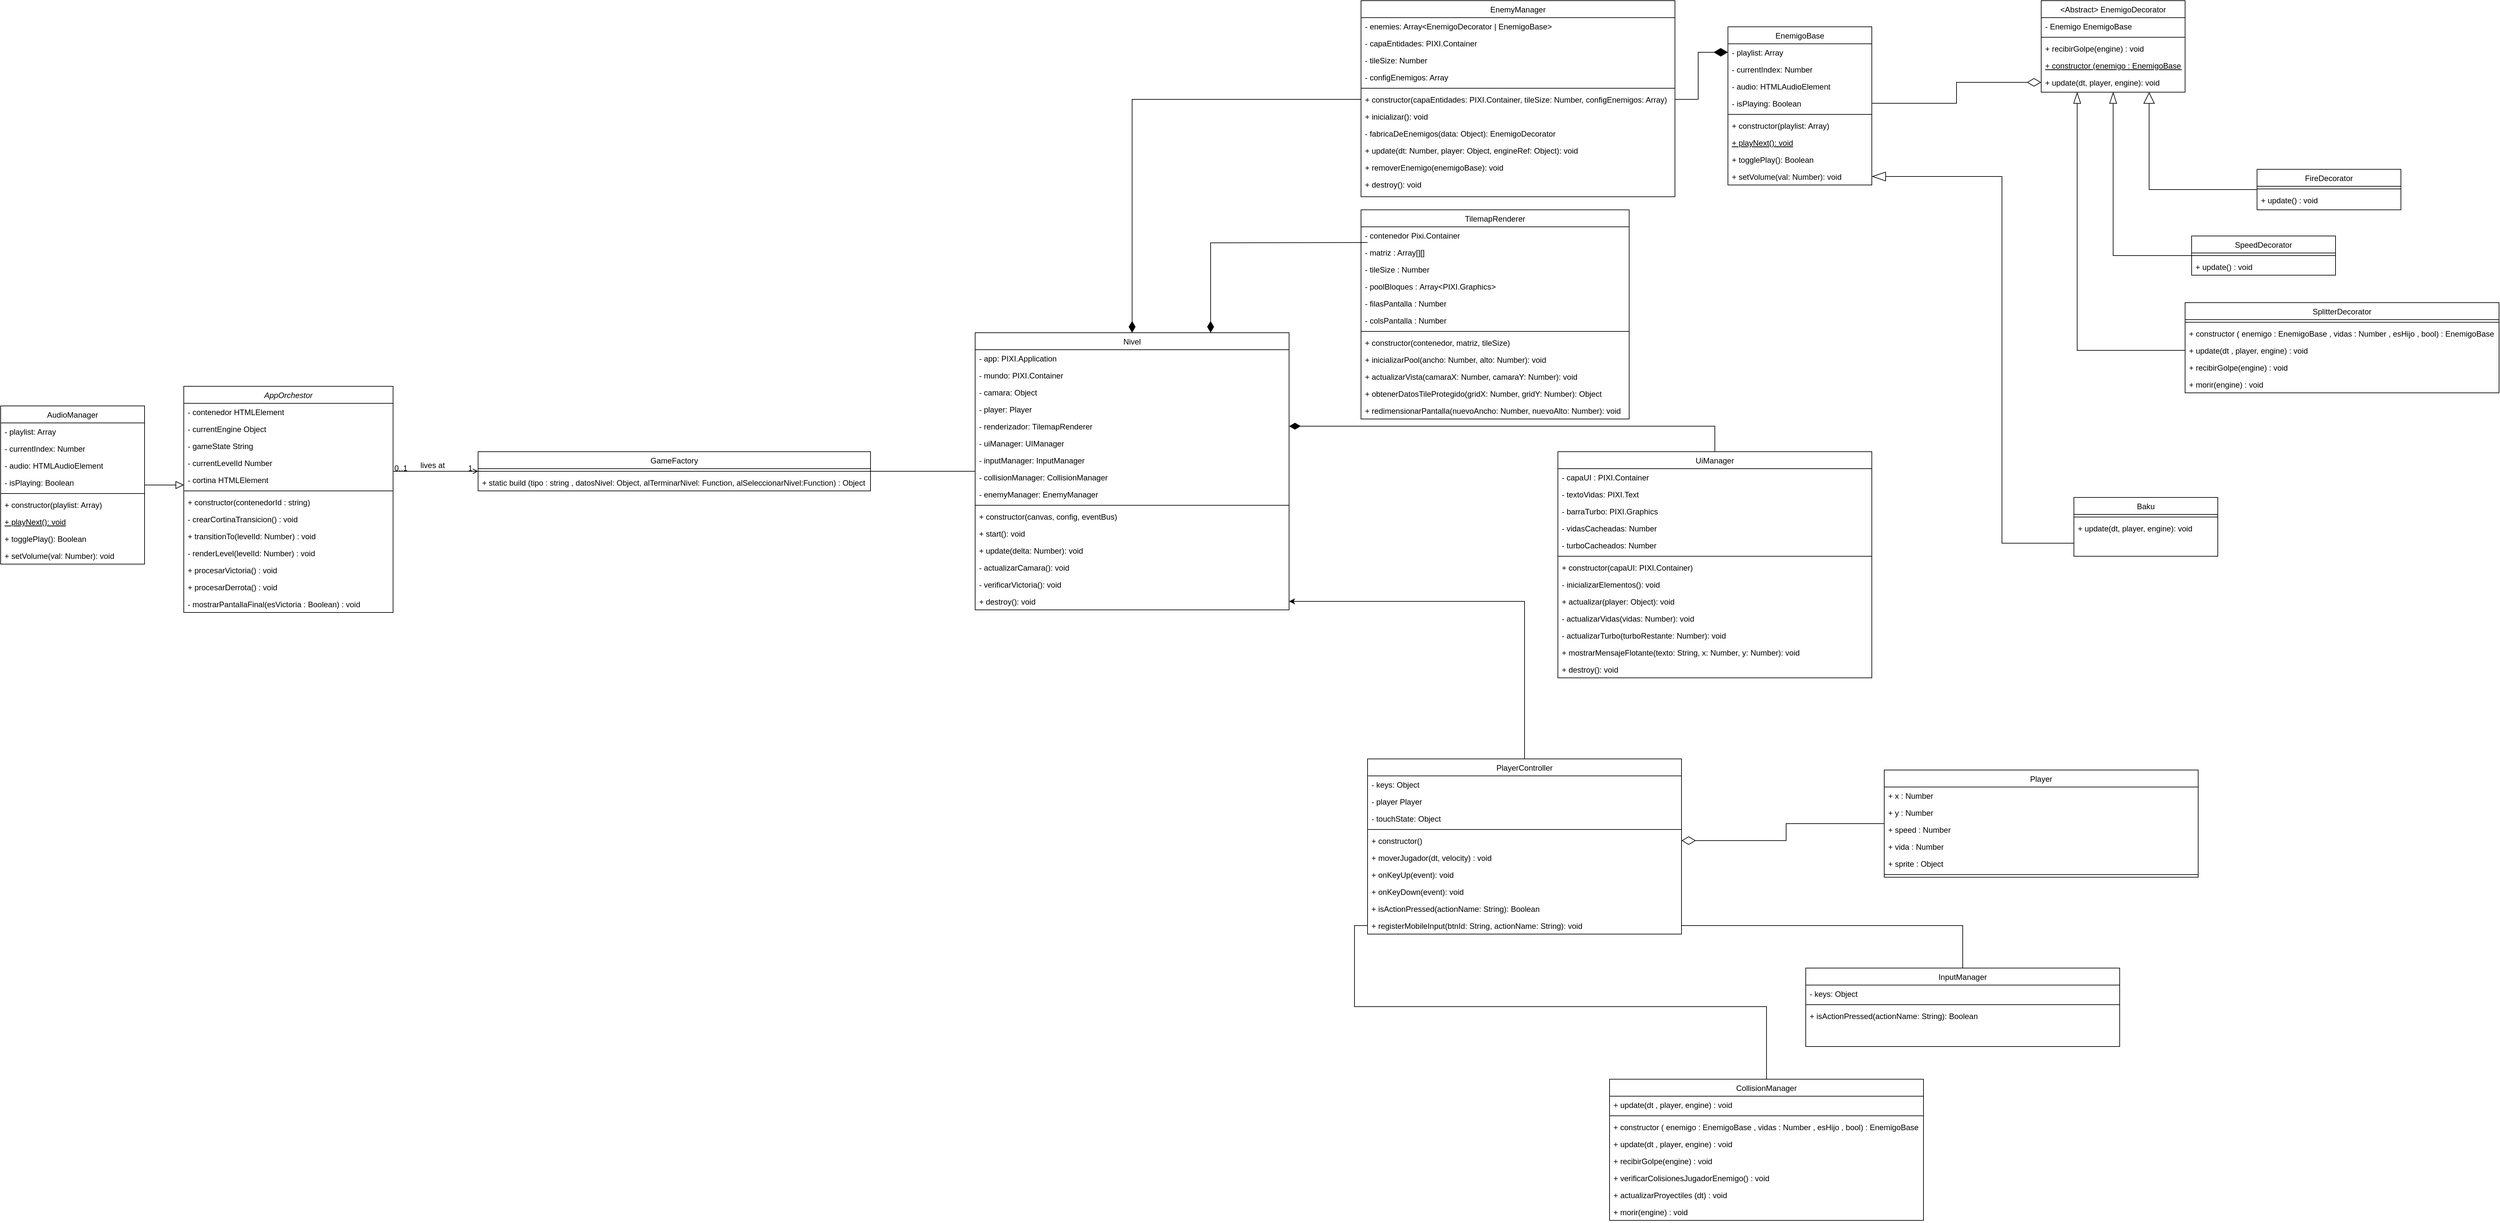
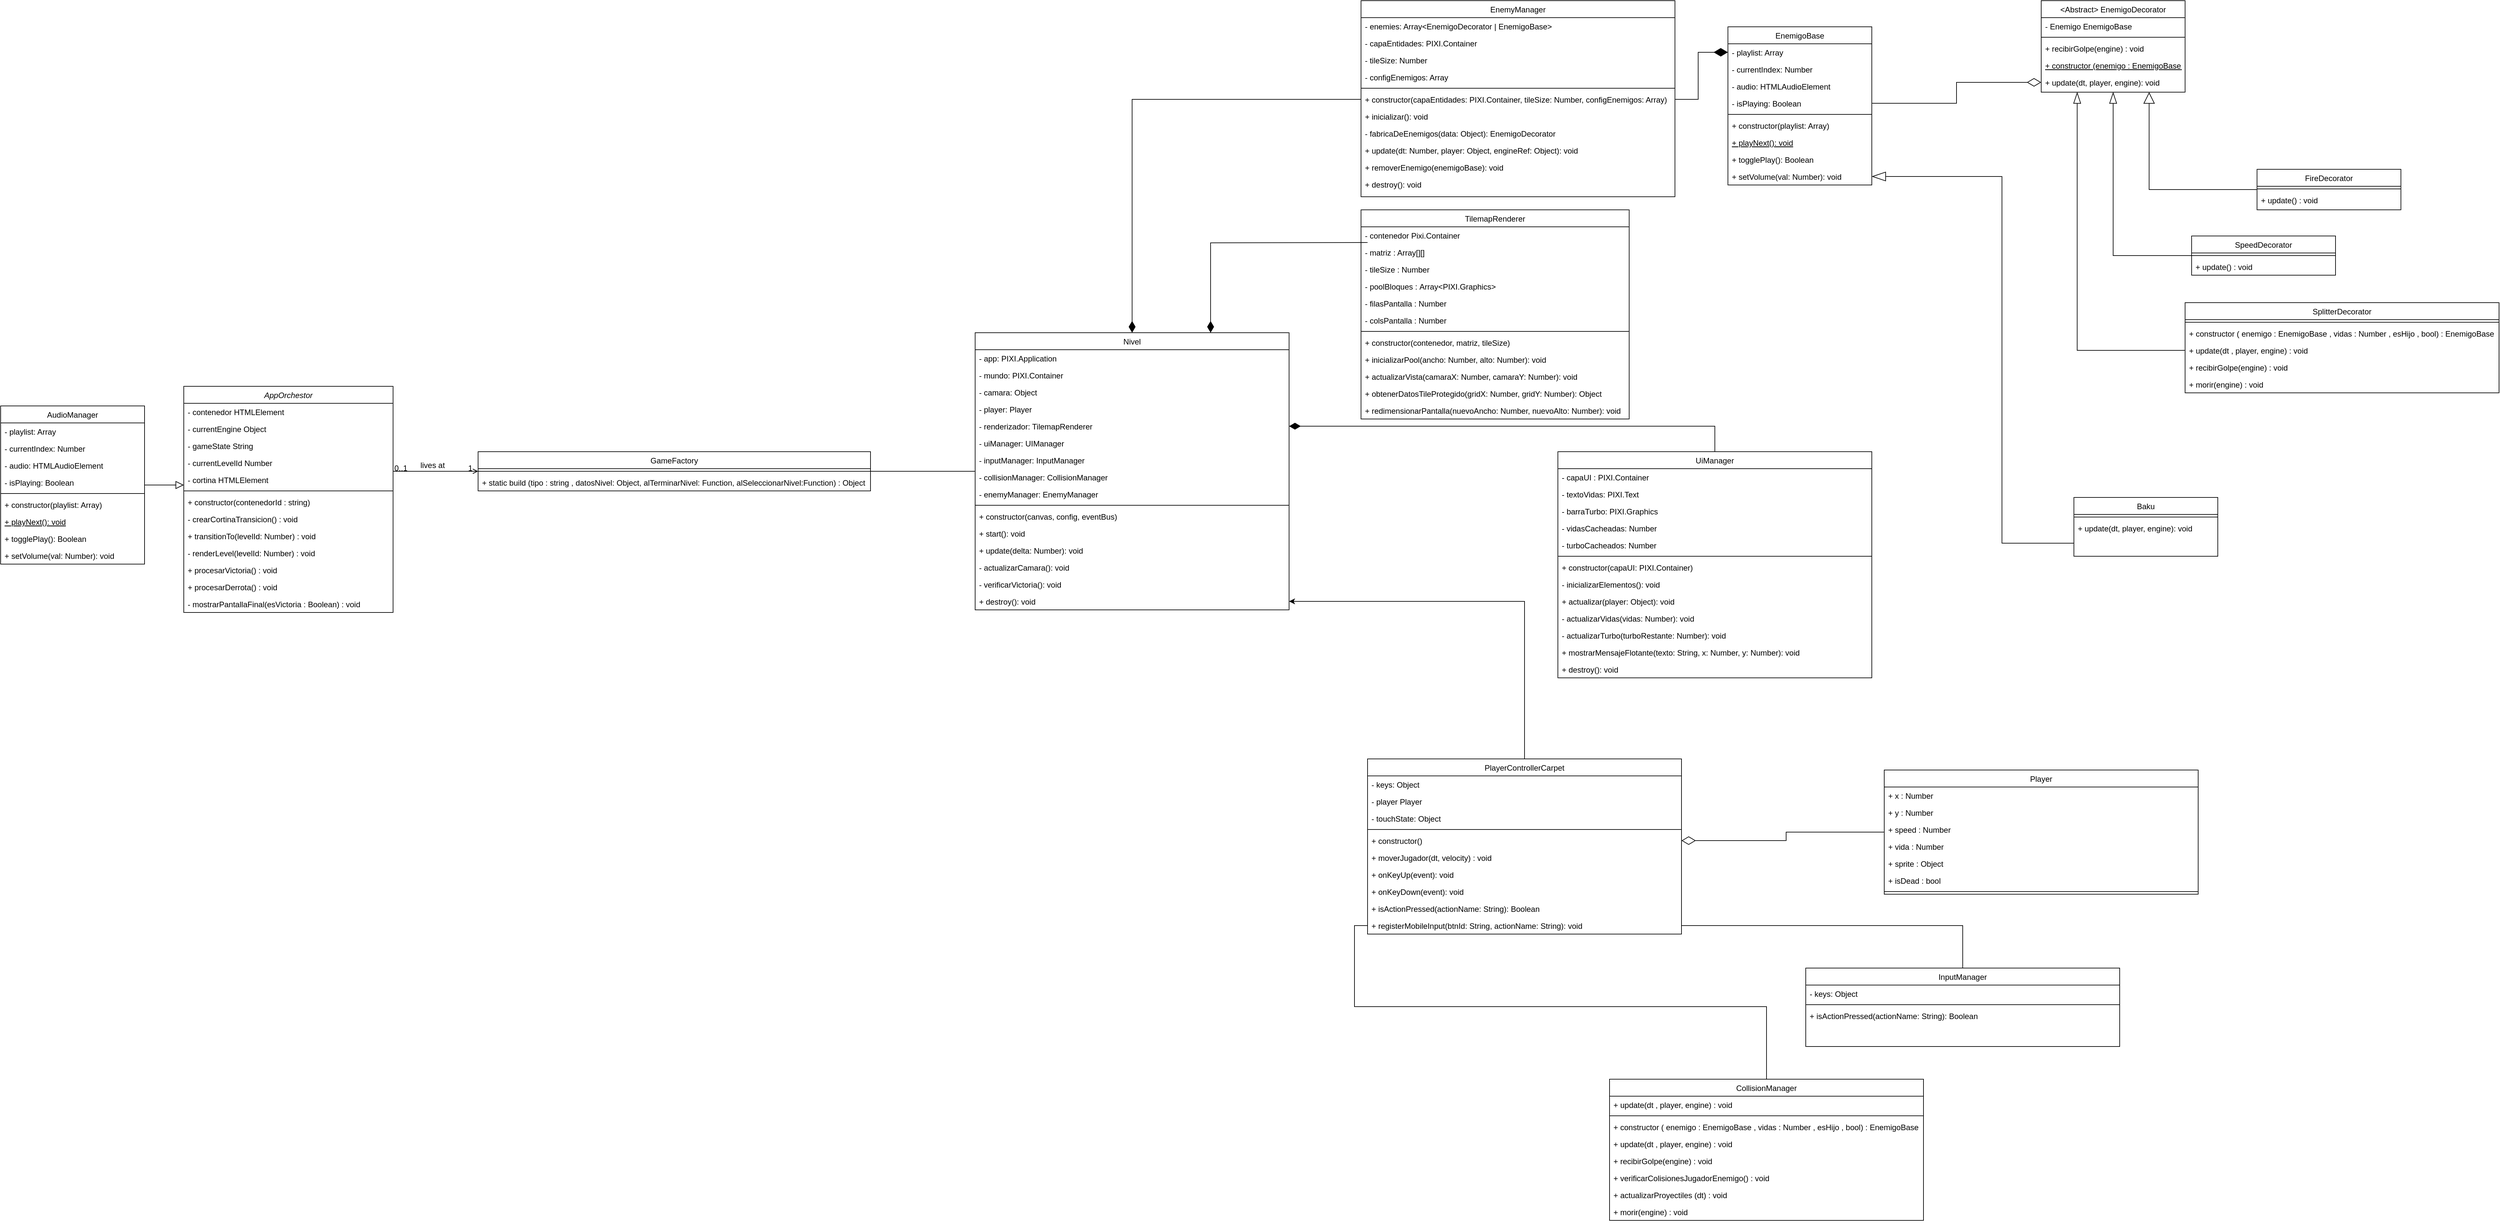
<mxfile host="Electron" agent="Mozilla/5.0 (Windows NT 10.0; Win64; x64) AppleWebKit/537.36 (KHTML, like Gecko) draw.io/29.0.3 Chrome/140.0.7339.249 Electron/38.7.0 Safari/537.36" version="29.0.3">
  <diagram id="C5RBs43oDa-KdzZeNtuy" name="Page-1">
    <mxGraphModel dx="2645" dy="2051" grid="1" gridSize="10" guides="1" tooltips="1" connect="1" arrows="1" fold="1" page="1" pageScale="1" pageWidth="827" pageHeight="1169" math="0" shadow="0">
      <root>
        <mxCell id="WIyWlLk6GJQsqaUBKTNV-0" />
        <mxCell id="WIyWlLk6GJQsqaUBKTNV-1" parent="WIyWlLk6GJQsqaUBKTNV-0" />
        <mxCell id="zkfFHV4jXpPFQw0GAbJ--0" value="AppOrchestor" style="swimlane;fontStyle=2;align=center;verticalAlign=top;childLayout=stackLayout;horizontal=1;startSize=26;horizontalStack=0;resizeParent=1;resizeLast=0;collapsible=1;marginBottom=0;rounded=0;shadow=0;strokeWidth=1;" parent="WIyWlLk6GJQsqaUBKTNV-1" vertex="1">
          <mxGeometry x="-100" y="-10" width="320" height="346" as="geometry">
            <mxRectangle x="230" y="140" width="160" height="26" as="alternateBounds" />
          </mxGeometry>
        </mxCell>
        <mxCell id="zkfFHV4jXpPFQw0GAbJ--1" value="- contenedor HTMLElement" style="text;align=left;verticalAlign=top;spacingLeft=4;spacingRight=4;overflow=hidden;rotatable=0;points=[[0,0.5],[1,0.5]];portConstraint=eastwest;" parent="zkfFHV4jXpPFQw0GAbJ--0" vertex="1">
          <mxGeometry y="26" width="320" height="26" as="geometry" />
        </mxCell>
        <mxCell id="zkfFHV4jXpPFQw0GAbJ--2" value="- currentEngine Object" style="text;align=left;verticalAlign=top;spacingLeft=4;spacingRight=4;overflow=hidden;rotatable=0;points=[[0,0.5],[1,0.5]];portConstraint=eastwest;rounded=0;shadow=0;html=0;" parent="zkfFHV4jXpPFQw0GAbJ--0" vertex="1">
          <mxGeometry y="52" width="320" height="26" as="geometry" />
        </mxCell>
        <mxCell id="bi4VQwjYzm3vIGU7svX8-0" value="- gameState String" style="text;align=left;verticalAlign=top;spacingLeft=4;spacingRight=4;overflow=hidden;rotatable=0;points=[[0,0.5],[1,0.5]];portConstraint=eastwest;rounded=0;shadow=0;html=0;" vertex="1" parent="zkfFHV4jXpPFQw0GAbJ--0">
          <mxGeometry y="78" width="320" height="26" as="geometry" />
        </mxCell>
        <mxCell id="zkfFHV4jXpPFQw0GAbJ--3" value="- currentLevelId Number" style="text;align=left;verticalAlign=top;spacingLeft=4;spacingRight=4;overflow=hidden;rotatable=0;points=[[0,0.5],[1,0.5]];portConstraint=eastwest;rounded=0;shadow=0;html=0;" parent="zkfFHV4jXpPFQw0GAbJ--0" vertex="1">
          <mxGeometry y="104" width="320" height="26" as="geometry" />
        </mxCell>
        <mxCell id="bi4VQwjYzm3vIGU7svX8-1" value="- cortina HTMLElement" style="text;align=left;verticalAlign=top;spacingLeft=4;spacingRight=4;overflow=hidden;rotatable=0;points=[[0,0.5],[1,0.5]];portConstraint=eastwest;rounded=0;shadow=0;html=0;" vertex="1" parent="zkfFHV4jXpPFQw0GAbJ--0">
          <mxGeometry y="130" width="320" height="26" as="geometry" />
        </mxCell>
        <mxCell id="zkfFHV4jXpPFQw0GAbJ--4" value="" style="line;html=1;strokeWidth=1;align=left;verticalAlign=middle;spacingTop=-1;spacingLeft=3;spacingRight=3;rotatable=0;labelPosition=right;points=[];portConstraint=eastwest;" parent="zkfFHV4jXpPFQw0GAbJ--0" vertex="1">
          <mxGeometry y="156" width="320" height="8" as="geometry" />
        </mxCell>
        <mxCell id="zkfFHV4jXpPFQw0GAbJ--5" value="+ constructor(contenedorId : string)" style="text;align=left;verticalAlign=top;spacingLeft=4;spacingRight=4;overflow=hidden;rotatable=0;points=[[0,0.5],[1,0.5]];portConstraint=eastwest;" parent="zkfFHV4jXpPFQw0GAbJ--0" vertex="1">
          <mxGeometry y="164" width="320" height="26" as="geometry" />
        </mxCell>
        <mxCell id="bi4VQwjYzm3vIGU7svX8-3" value="- crearCortinaTransicion() : void" style="text;align=left;verticalAlign=top;spacingLeft=4;spacingRight=4;overflow=hidden;rotatable=0;points=[[0,0.5],[1,0.5]];portConstraint=eastwest;" vertex="1" parent="zkfFHV4jXpPFQw0GAbJ--0">
          <mxGeometry y="190" width="320" height="26" as="geometry" />
        </mxCell>
        <mxCell id="bi4VQwjYzm3vIGU7svX8-4" value="+ transitionTo(levelId: Number) : void" style="text;align=left;verticalAlign=top;spacingLeft=4;spacingRight=4;overflow=hidden;rotatable=0;points=[[0,0.5],[1,0.5]];portConstraint=eastwest;" vertex="1" parent="zkfFHV4jXpPFQw0GAbJ--0">
          <mxGeometry y="216" width="320" height="26" as="geometry" />
        </mxCell>
        <mxCell id="bi4VQwjYzm3vIGU7svX8-5" value="- renderLevel(levelId: Number) : void" style="text;align=left;verticalAlign=top;spacingLeft=4;spacingRight=4;overflow=hidden;rotatable=0;points=[[0,0.5],[1,0.5]];portConstraint=eastwest;" vertex="1" parent="zkfFHV4jXpPFQw0GAbJ--0">
          <mxGeometry y="242" width="320" height="26" as="geometry" />
        </mxCell>
        <mxCell id="bi4VQwjYzm3vIGU7svX8-2" value="+ procesarVictoria() : void" style="text;align=left;verticalAlign=top;spacingLeft=4;spacingRight=4;overflow=hidden;rotatable=0;points=[[0,0.5],[1,0.5]];portConstraint=eastwest;" vertex="1" parent="zkfFHV4jXpPFQw0GAbJ--0">
          <mxGeometry y="268" width="320" height="26" as="geometry" />
        </mxCell>
        <mxCell id="bi4VQwjYzm3vIGU7svX8-7" value="+ procesarDerrota() : void" style="text;align=left;verticalAlign=top;spacingLeft=4;spacingRight=4;overflow=hidden;rotatable=0;points=[[0,0.5],[1,0.5]];portConstraint=eastwest;" vertex="1" parent="zkfFHV4jXpPFQw0GAbJ--0">
          <mxGeometry y="294" width="320" height="26" as="geometry" />
        </mxCell>
        <mxCell id="bi4VQwjYzm3vIGU7svX8-6" value="- mostrarPantallaFinal(esVictoria : Boolean) : void" style="text;align=left;verticalAlign=top;spacingLeft=4;spacingRight=4;overflow=hidden;rotatable=0;points=[[0,0.5],[1,0.5]];portConstraint=eastwest;" vertex="1" parent="zkfFHV4jXpPFQw0GAbJ--0">
          <mxGeometry y="320" width="320" height="26" as="geometry" />
        </mxCell>
        <mxCell id="zkfFHV4jXpPFQw0GAbJ--6" value="AudioManager" style="swimlane;fontStyle=0;align=center;verticalAlign=top;childLayout=stackLayout;horizontal=1;startSize=26;horizontalStack=0;resizeParent=1;resizeLast=0;collapsible=1;marginBottom=0;rounded=0;shadow=0;strokeWidth=1;" parent="WIyWlLk6GJQsqaUBKTNV-1" vertex="1">
          <mxGeometry x="-380" y="20" width="220" height="242" as="geometry">
            <mxRectangle x="130" y="380" width="160" height="26" as="alternateBounds" />
          </mxGeometry>
        </mxCell>
        <mxCell id="zkfFHV4jXpPFQw0GAbJ--7" value="- playlist: Array" style="text;align=left;verticalAlign=top;spacingLeft=4;spacingRight=4;overflow=hidden;rotatable=0;points=[[0,0.5],[1,0.5]];portConstraint=eastwest;" parent="zkfFHV4jXpPFQw0GAbJ--6" vertex="1">
          <mxGeometry y="26" width="220" height="26" as="geometry" />
        </mxCell>
        <mxCell id="zkfFHV4jXpPFQw0GAbJ--8" value="- currentIndex: Number" style="text;align=left;verticalAlign=top;spacingLeft=4;spacingRight=4;overflow=hidden;rotatable=0;points=[[0,0.5],[1,0.5]];portConstraint=eastwest;rounded=0;shadow=0;html=0;" parent="zkfFHV4jXpPFQw0GAbJ--6" vertex="1">
          <mxGeometry y="52" width="220" height="26" as="geometry" />
        </mxCell>
        <mxCell id="bi4VQwjYzm3vIGU7svX8-19" value="- audio: HTMLAudioElement" style="text;align=left;verticalAlign=top;spacingLeft=4;spacingRight=4;overflow=hidden;rotatable=0;points=[[0,0.5],[1,0.5]];portConstraint=eastwest;rounded=0;shadow=0;html=0;" vertex="1" parent="zkfFHV4jXpPFQw0GAbJ--6">
          <mxGeometry y="78" width="220" height="26" as="geometry" />
        </mxCell>
        <mxCell id="bi4VQwjYzm3vIGU7svX8-20" value="- isPlaying: Boolean" style="text;align=left;verticalAlign=top;spacingLeft=4;spacingRight=4;overflow=hidden;rotatable=0;points=[[0,0.5],[1,0.5]];portConstraint=eastwest;rounded=0;shadow=0;html=0;" vertex="1" parent="zkfFHV4jXpPFQw0GAbJ--6">
          <mxGeometry y="104" width="220" height="26" as="geometry" />
        </mxCell>
        <mxCell id="zkfFHV4jXpPFQw0GAbJ--9" value="" style="line;html=1;strokeWidth=1;align=left;verticalAlign=middle;spacingTop=-1;spacingLeft=3;spacingRight=3;rotatable=0;labelPosition=right;points=[];portConstraint=eastwest;" parent="zkfFHV4jXpPFQw0GAbJ--6" vertex="1">
          <mxGeometry y="130" width="220" height="8" as="geometry" />
        </mxCell>
        <mxCell id="bi4VQwjYzm3vIGU7svX8-21" value="+ constructor(playlist: Array)" style="text;align=left;verticalAlign=top;spacingLeft=4;spacingRight=4;overflow=hidden;rotatable=0;points=[[0,0.5],[1,0.5]];portConstraint=eastwest;rounded=0;shadow=0;html=0;" vertex="1" parent="zkfFHV4jXpPFQw0GAbJ--6">
          <mxGeometry y="138" width="220" height="26" as="geometry" />
        </mxCell>
        <mxCell id="zkfFHV4jXpPFQw0GAbJ--10" value="+ playNext(): void" style="text;align=left;verticalAlign=top;spacingLeft=4;spacingRight=4;overflow=hidden;rotatable=0;points=[[0,0.5],[1,0.5]];portConstraint=eastwest;fontStyle=4" parent="zkfFHV4jXpPFQw0GAbJ--6" vertex="1">
          <mxGeometry y="164" width="220" height="26" as="geometry" />
        </mxCell>
        <mxCell id="bi4VQwjYzm3vIGU7svX8-22" value="+ togglePlay(): Boolean" style="text;align=left;verticalAlign=top;spacingLeft=4;spacingRight=4;overflow=hidden;rotatable=0;points=[[0,0.5],[1,0.5]];portConstraint=eastwest;" vertex="1" parent="zkfFHV4jXpPFQw0GAbJ--6">
          <mxGeometry y="190" width="220" height="26" as="geometry" />
        </mxCell>
        <mxCell id="zkfFHV4jXpPFQw0GAbJ--11" value="+ setVolume(val: Number): void" style="text;align=left;verticalAlign=top;spacingLeft=4;spacingRight=4;overflow=hidden;rotatable=0;points=[[0,0.5],[1,0.5]];portConstraint=eastwest;" parent="zkfFHV4jXpPFQw0GAbJ--6" vertex="1">
          <mxGeometry y="216" width="220" height="26" as="geometry" />
        </mxCell>
        <mxCell id="zkfFHV4jXpPFQw0GAbJ--12" value="" style="endArrow=block;endSize=10;endFill=0;shadow=0;strokeWidth=1;rounded=0;curved=0;edgeStyle=elbowEdgeStyle;elbow=vertical;" parent="WIyWlLk6GJQsqaUBKTNV-1" source="zkfFHV4jXpPFQw0GAbJ--6" target="zkfFHV4jXpPFQw0GAbJ--0" edge="1">
          <mxGeometry width="160" relative="1" as="geometry">
            <mxPoint x="200" y="203" as="sourcePoint" />
            <mxPoint x="200" y="203" as="targetPoint" />
          </mxGeometry>
        </mxCell>
        <mxCell id="bi4VQwjYzm3vIGU7svX8-144" style="edgeStyle=orthogonalEdgeStyle;rounded=0;orthogonalLoop=1;jettySize=auto;html=1;entryX=0.75;entryY=0;entryDx=0;entryDy=0;endArrow=diamondThin;endFill=1;endSize=15;" edge="1" parent="WIyWlLk6GJQsqaUBKTNV-1" target="bi4VQwjYzm3vIGU7svX8-67">
          <mxGeometry relative="1" as="geometry">
            <mxPoint x="1710" y="-230.0030769230769" as="sourcePoint" />
            <mxPoint x="1480" y="-202.07999999999998" as="targetPoint" />
          </mxGeometry>
        </mxCell>
        <mxCell id="zkfFHV4jXpPFQw0GAbJ--13" value="TilemapRenderer" style="swimlane;fontStyle=0;align=center;verticalAlign=top;childLayout=stackLayout;horizontal=1;startSize=26;horizontalStack=0;resizeParent=1;resizeLast=0;collapsible=1;marginBottom=0;rounded=0;shadow=0;strokeWidth=1;" parent="WIyWlLk6GJQsqaUBKTNV-1" vertex="1">
          <mxGeometry x="1700" y="-280" width="410" height="320" as="geometry">
            <mxRectangle x="340" y="380" width="170" height="26" as="alternateBounds" />
          </mxGeometry>
        </mxCell>
        <mxCell id="zkfFHV4jXpPFQw0GAbJ--14" value="- contenedor Pixi.Container" style="text;align=left;verticalAlign=top;spacingLeft=4;spacingRight=4;overflow=hidden;rotatable=0;points=[[0,0.5],[1,0.5]];portConstraint=eastwest;" parent="zkfFHV4jXpPFQw0GAbJ--13" vertex="1">
          <mxGeometry y="26" width="410" height="26" as="geometry" />
        </mxCell>
        <mxCell id="bi4VQwjYzm3vIGU7svX8-10" value="- matriz : Array[][]" style="text;align=left;verticalAlign=top;spacingLeft=4;spacingRight=4;overflow=hidden;rotatable=0;points=[[0,0.5],[1,0.5]];portConstraint=eastwest;" vertex="1" parent="zkfFHV4jXpPFQw0GAbJ--13">
          <mxGeometry y="52" width="410" height="26" as="geometry" />
        </mxCell>
        <mxCell id="bi4VQwjYzm3vIGU7svX8-13" value="- tileSize : Number" style="text;align=left;verticalAlign=top;spacingLeft=4;spacingRight=4;overflow=hidden;rotatable=0;points=[[0,0.5],[1,0.5]];portConstraint=eastwest;" vertex="1" parent="zkfFHV4jXpPFQw0GAbJ--13">
          <mxGeometry y="78" width="410" height="26" as="geometry" />
        </mxCell>
        <mxCell id="bi4VQwjYzm3vIGU7svX8-12" value="- poolBloques : Array&lt;PIXI.Graphics&gt;" style="text;align=left;verticalAlign=top;spacingLeft=4;spacingRight=4;overflow=hidden;rotatable=0;points=[[0,0.5],[1,0.5]];portConstraint=eastwest;" vertex="1" parent="zkfFHV4jXpPFQw0GAbJ--13">
          <mxGeometry y="104" width="410" height="26" as="geometry" />
        </mxCell>
        <mxCell id="bi4VQwjYzm3vIGU7svX8-11" value="- filasPantalla : Number" style="text;align=left;verticalAlign=top;spacingLeft=4;spacingRight=4;overflow=hidden;rotatable=0;points=[[0,0.5],[1,0.5]];portConstraint=eastwest;" vertex="1" parent="zkfFHV4jXpPFQw0GAbJ--13">
          <mxGeometry y="130" width="410" height="26" as="geometry" />
        </mxCell>
        <mxCell id="bi4VQwjYzm3vIGU7svX8-14" value="- colsPantalla : Number" style="text;align=left;verticalAlign=top;spacingLeft=4;spacingRight=4;overflow=hidden;rotatable=0;points=[[0,0.5],[1,0.5]];portConstraint=eastwest;" vertex="1" parent="zkfFHV4jXpPFQw0GAbJ--13">
          <mxGeometry y="156" width="410" height="26" as="geometry" />
        </mxCell>
        <mxCell id="zkfFHV4jXpPFQw0GAbJ--15" value="" style="line;html=1;strokeWidth=1;align=left;verticalAlign=middle;spacingTop=-1;spacingLeft=3;spacingRight=3;rotatable=0;labelPosition=right;points=[];portConstraint=eastwest;" parent="zkfFHV4jXpPFQw0GAbJ--13" vertex="1">
          <mxGeometry y="182" width="410" height="8" as="geometry" />
        </mxCell>
        <mxCell id="bi4VQwjYzm3vIGU7svX8-9" value="+ constructor(contenedor, matriz, tileSize)" style="text;align=left;verticalAlign=top;spacingLeft=4;spacingRight=4;overflow=hidden;rotatable=0;points=[[0,0.5],[1,0.5]];portConstraint=eastwest;" vertex="1" parent="zkfFHV4jXpPFQw0GAbJ--13">
          <mxGeometry y="190" width="410" height="26" as="geometry" />
        </mxCell>
        <mxCell id="bi4VQwjYzm3vIGU7svX8-15" value="+ inicializarPool(ancho: Number, alto: Number): void" style="text;align=left;verticalAlign=top;spacingLeft=4;spacingRight=4;overflow=hidden;rotatable=0;points=[[0,0.5],[1,0.5]];portConstraint=eastwest;" vertex="1" parent="zkfFHV4jXpPFQw0GAbJ--13">
          <mxGeometry y="216" width="410" height="26" as="geometry" />
        </mxCell>
        <mxCell id="bi4VQwjYzm3vIGU7svX8-16" value="+ actualizarVista(camaraX: Number, camaraY: Number): void" style="text;align=left;verticalAlign=top;spacingLeft=4;spacingRight=4;overflow=hidden;rotatable=0;points=[[0,0.5],[1,0.5]];portConstraint=eastwest;" vertex="1" parent="zkfFHV4jXpPFQw0GAbJ--13">
          <mxGeometry y="242" width="410" height="26" as="geometry" />
        </mxCell>
        <mxCell id="bi4VQwjYzm3vIGU7svX8-18" value="+ obtenerDatosTileProtegido(gridX: Number, gridY: Number): Object" style="text;align=left;verticalAlign=top;spacingLeft=4;spacingRight=4;overflow=hidden;rotatable=0;points=[[0,0.5],[1,0.5]];portConstraint=eastwest;" vertex="1" parent="zkfFHV4jXpPFQw0GAbJ--13">
          <mxGeometry y="268" width="410" height="26" as="geometry" />
        </mxCell>
        <mxCell id="bi4VQwjYzm3vIGU7svX8-17" value="+ redimensionarPantalla(nuevoAncho: Number, nuevoAlto: Number): void" style="text;align=left;verticalAlign=top;spacingLeft=4;spacingRight=4;overflow=hidden;rotatable=0;points=[[0,0.5],[1,0.5]];portConstraint=eastwest;" vertex="1" parent="zkfFHV4jXpPFQw0GAbJ--13">
          <mxGeometry y="294" width="410" height="26" as="geometry" />
        </mxCell>
        <mxCell id="zkfFHV4jXpPFQw0GAbJ--17" value="GameFactory" style="swimlane;fontStyle=0;align=center;verticalAlign=top;childLayout=stackLayout;horizontal=1;startSize=26;horizontalStack=0;resizeParent=1;resizeLast=0;collapsible=1;marginBottom=0;rounded=0;shadow=0;strokeWidth=1;" parent="WIyWlLk6GJQsqaUBKTNV-1" vertex="1">
          <mxGeometry x="350" y="90" width="600" height="60" as="geometry">
            <mxRectangle x="550" y="140" width="160" height="26" as="alternateBounds" />
          </mxGeometry>
        </mxCell>
        <mxCell id="zkfFHV4jXpPFQw0GAbJ--23" value="" style="line;html=1;strokeWidth=1;align=left;verticalAlign=middle;spacingTop=-1;spacingLeft=3;spacingRight=3;rotatable=0;labelPosition=right;points=[];portConstraint=eastwest;" parent="zkfFHV4jXpPFQw0GAbJ--17" vertex="1">
          <mxGeometry y="26" width="600" height="8" as="geometry" />
        </mxCell>
        <mxCell id="zkfFHV4jXpPFQw0GAbJ--24" value="+ static build (tipo : string , datosNivel: Object, alTerminarNivel: Function, alSeleccionarNivel:Function) : Object" style="text;align=left;verticalAlign=top;spacingLeft=4;spacingRight=4;overflow=hidden;rotatable=0;points=[[0,0.5],[1,0.5]];portConstraint=eastwest;" parent="zkfFHV4jXpPFQw0GAbJ--17" vertex="1">
          <mxGeometry y="34" width="600" height="26" as="geometry" />
        </mxCell>
        <mxCell id="zkfFHV4jXpPFQw0GAbJ--26" value="" style="endArrow=open;shadow=0;strokeWidth=1;rounded=0;curved=0;endFill=1;edgeStyle=elbowEdgeStyle;elbow=vertical;" parent="WIyWlLk6GJQsqaUBKTNV-1" source="zkfFHV4jXpPFQw0GAbJ--0" target="zkfFHV4jXpPFQw0GAbJ--17" edge="1">
          <mxGeometry x="0.5" y="41" relative="1" as="geometry">
            <mxPoint x="380" y="192" as="sourcePoint" />
            <mxPoint x="540" y="192" as="targetPoint" />
            <mxPoint x="-40" y="32" as="offset" />
          </mxGeometry>
        </mxCell>
        <mxCell id="zkfFHV4jXpPFQw0GAbJ--27" value="0..1" style="resizable=0;align=left;verticalAlign=bottom;labelBackgroundColor=none;fontSize=12;" parent="zkfFHV4jXpPFQw0GAbJ--26" connectable="0" vertex="1">
          <mxGeometry x="-1" relative="1" as="geometry">
            <mxPoint y="4" as="offset" />
          </mxGeometry>
        </mxCell>
        <mxCell id="zkfFHV4jXpPFQw0GAbJ--28" value="1" style="resizable=0;align=right;verticalAlign=bottom;labelBackgroundColor=none;fontSize=12;" parent="zkfFHV4jXpPFQw0GAbJ--26" connectable="0" vertex="1">
          <mxGeometry x="1" relative="1" as="geometry">
            <mxPoint x="-7" y="4" as="offset" />
          </mxGeometry>
        </mxCell>
        <mxCell id="zkfFHV4jXpPFQw0GAbJ--29" value="lives at" style="text;html=1;resizable=0;points=[];;align=center;verticalAlign=middle;labelBackgroundColor=none;rounded=0;shadow=0;strokeWidth=1;fontSize=12;" parent="zkfFHV4jXpPFQw0GAbJ--26" vertex="1" connectable="0">
          <mxGeometry x="0.5" y="49" relative="1" as="geometry">
            <mxPoint x="-38" y="40" as="offset" />
          </mxGeometry>
        </mxCell>
        <mxCell id="bi4VQwjYzm3vIGU7svX8-23" value="EnemigoBase" style="swimlane;fontStyle=0;align=center;verticalAlign=top;childLayout=stackLayout;horizontal=1;startSize=26;horizontalStack=0;resizeParent=1;resizeLast=0;collapsible=1;marginBottom=0;rounded=0;shadow=0;strokeWidth=1;" vertex="1" parent="WIyWlLk6GJQsqaUBKTNV-1">
          <mxGeometry x="2261" y="-560" width="220" height="242" as="geometry">
            <mxRectangle x="130" y="380" width="160" height="26" as="alternateBounds" />
          </mxGeometry>
        </mxCell>
        <mxCell id="bi4VQwjYzm3vIGU7svX8-24" value="- playlist: Array" style="text;align=left;verticalAlign=top;spacingLeft=4;spacingRight=4;overflow=hidden;rotatable=0;points=[[0,0.5],[1,0.5]];portConstraint=eastwest;" vertex="1" parent="bi4VQwjYzm3vIGU7svX8-23">
          <mxGeometry y="26" width="220" height="26" as="geometry" />
        </mxCell>
        <mxCell id="bi4VQwjYzm3vIGU7svX8-25" value="- currentIndex: Number" style="text;align=left;verticalAlign=top;spacingLeft=4;spacingRight=4;overflow=hidden;rotatable=0;points=[[0,0.5],[1,0.5]];portConstraint=eastwest;rounded=0;shadow=0;html=0;" vertex="1" parent="bi4VQwjYzm3vIGU7svX8-23">
          <mxGeometry y="52" width="220" height="26" as="geometry" />
        </mxCell>
        <mxCell id="bi4VQwjYzm3vIGU7svX8-26" value="- audio: HTMLAudioElement" style="text;align=left;verticalAlign=top;spacingLeft=4;spacingRight=4;overflow=hidden;rotatable=0;points=[[0,0.5],[1,0.5]];portConstraint=eastwest;rounded=0;shadow=0;html=0;" vertex="1" parent="bi4VQwjYzm3vIGU7svX8-23">
          <mxGeometry y="78" width="220" height="26" as="geometry" />
        </mxCell>
        <mxCell id="bi4VQwjYzm3vIGU7svX8-27" value="- isPlaying: Boolean" style="text;align=left;verticalAlign=top;spacingLeft=4;spacingRight=4;overflow=hidden;rotatable=0;points=[[0,0.5],[1,0.5]];portConstraint=eastwest;rounded=0;shadow=0;html=0;" vertex="1" parent="bi4VQwjYzm3vIGU7svX8-23">
          <mxGeometry y="104" width="220" height="26" as="geometry" />
        </mxCell>
        <mxCell id="bi4VQwjYzm3vIGU7svX8-28" value="" style="line;html=1;strokeWidth=1;align=left;verticalAlign=middle;spacingTop=-1;spacingLeft=3;spacingRight=3;rotatable=0;labelPosition=right;points=[];portConstraint=eastwest;" vertex="1" parent="bi4VQwjYzm3vIGU7svX8-23">
          <mxGeometry y="130" width="220" height="8" as="geometry" />
        </mxCell>
        <mxCell id="bi4VQwjYzm3vIGU7svX8-29" value="+ constructor(playlist: Array)" style="text;align=left;verticalAlign=top;spacingLeft=4;spacingRight=4;overflow=hidden;rotatable=0;points=[[0,0.5],[1,0.5]];portConstraint=eastwest;rounded=0;shadow=0;html=0;" vertex="1" parent="bi4VQwjYzm3vIGU7svX8-23">
          <mxGeometry y="138" width="220" height="26" as="geometry" />
        </mxCell>
        <mxCell id="bi4VQwjYzm3vIGU7svX8-30" value="+ playNext(): void" style="text;align=left;verticalAlign=top;spacingLeft=4;spacingRight=4;overflow=hidden;rotatable=0;points=[[0,0.5],[1,0.5]];portConstraint=eastwest;fontStyle=4" vertex="1" parent="bi4VQwjYzm3vIGU7svX8-23">
          <mxGeometry y="164" width="220" height="26" as="geometry" />
        </mxCell>
        <mxCell id="bi4VQwjYzm3vIGU7svX8-31" value="+ togglePlay(): Boolean" style="text;align=left;verticalAlign=top;spacingLeft=4;spacingRight=4;overflow=hidden;rotatable=0;points=[[0,0.5],[1,0.5]];portConstraint=eastwest;" vertex="1" parent="bi4VQwjYzm3vIGU7svX8-23">
          <mxGeometry y="190" width="220" height="26" as="geometry" />
        </mxCell>
        <mxCell id="bi4VQwjYzm3vIGU7svX8-32" value="+ setVolume(val: Number): void" style="text;align=left;verticalAlign=top;spacingLeft=4;spacingRight=4;overflow=hidden;rotatable=0;points=[[0,0.5],[1,0.5]];portConstraint=eastwest;" vertex="1" parent="bi4VQwjYzm3vIGU7svX8-23">
          <mxGeometry y="216" width="220" height="26" as="geometry" />
        </mxCell>
        <mxCell id="bi4VQwjYzm3vIGU7svX8-33" value="&lt;Abstract&gt; EnemigoDecorator" style="swimlane;fontStyle=0;align=center;verticalAlign=top;childLayout=stackLayout;horizontal=1;startSize=26;horizontalStack=0;resizeParent=1;resizeLast=0;collapsible=1;marginBottom=0;rounded=0;shadow=0;strokeWidth=1;" vertex="1" parent="WIyWlLk6GJQsqaUBKTNV-1">
          <mxGeometry x="2740" y="-600" width="220" height="140" as="geometry">
            <mxRectangle x="130" y="380" width="160" height="26" as="alternateBounds" />
          </mxGeometry>
        </mxCell>
        <mxCell id="bi4VQwjYzm3vIGU7svX8-34" value="- Enemigo EnemigoBase" style="text;align=left;verticalAlign=top;spacingLeft=4;spacingRight=4;overflow=hidden;rotatable=0;points=[[0,0.5],[1,0.5]];portConstraint=eastwest;" vertex="1" parent="bi4VQwjYzm3vIGU7svX8-33">
          <mxGeometry y="26" width="220" height="26" as="geometry" />
        </mxCell>
        <mxCell id="bi4VQwjYzm3vIGU7svX8-38" value="" style="line;html=1;strokeWidth=1;align=left;verticalAlign=middle;spacingTop=-1;spacingLeft=3;spacingRight=3;rotatable=0;labelPosition=right;points=[];portConstraint=eastwest;" vertex="1" parent="bi4VQwjYzm3vIGU7svX8-33">
          <mxGeometry y="52" width="220" height="8" as="geometry" />
        </mxCell>
        <mxCell id="bi4VQwjYzm3vIGU7svX8-39" value="+ recibirGolpe(engine) : void" style="text;align=left;verticalAlign=top;spacingLeft=4;spacingRight=4;overflow=hidden;rotatable=0;points=[[0,0.5],[1,0.5]];portConstraint=eastwest;rounded=0;shadow=0;html=0;" vertex="1" parent="bi4VQwjYzm3vIGU7svX8-33">
          <mxGeometry y="60" width="220" height="26" as="geometry" />
        </mxCell>
        <mxCell id="bi4VQwjYzm3vIGU7svX8-40" value="+ constructor (enemigo : EnemigoBase )" style="text;align=left;verticalAlign=top;spacingLeft=4;spacingRight=4;overflow=hidden;rotatable=0;points=[[0,0.5],[1,0.5]];portConstraint=eastwest;fontStyle=4" vertex="1" parent="bi4VQwjYzm3vIGU7svX8-33">
          <mxGeometry y="86" width="220" height="26" as="geometry" />
        </mxCell>
        <mxCell id="bi4VQwjYzm3vIGU7svX8-41" value="+ update(dt, player, engine): void" style="text;align=left;verticalAlign=top;spacingLeft=4;spacingRight=4;overflow=hidden;rotatable=0;points=[[0,0.5],[1,0.5]];portConstraint=eastwest;" vertex="1" parent="bi4VQwjYzm3vIGU7svX8-33">
          <mxGeometry y="112" width="220" height="26" as="geometry" />
        </mxCell>
        <mxCell id="bi4VQwjYzm3vIGU7svX8-44" value="" style="endArrow=diamondThin;html=1;edgeStyle=orthogonalEdgeStyle;rounded=0;endFill=0;jumpSize=5;endSize=19;startArrow=none;startFill=0;startSize=20;exitX=1;exitY=0.5;exitDx=0;exitDy=0;" edge="1" parent="WIyWlLk6GJQsqaUBKTNV-1" source="bi4VQwjYzm3vIGU7svX8-27" target="bi4VQwjYzm3vIGU7svX8-41">
          <mxGeometry relative="1" as="geometry">
            <mxPoint x="1270" y="224" as="sourcePoint" />
            <mxPoint x="1438" y="150" as="targetPoint" />
          </mxGeometry>
        </mxCell>
        <mxCell id="bi4VQwjYzm3vIGU7svX8-168" style="edgeStyle=orthogonalEdgeStyle;rounded=0;orthogonalLoop=1;jettySize=auto;html=1;entryX=0.75;entryY=1;entryDx=0;entryDy=0;endArrow=block;endFill=0;endSize=15;" edge="1" parent="WIyWlLk6GJQsqaUBKTNV-1" source="bi4VQwjYzm3vIGU7svX8-47" target="bi4VQwjYzm3vIGU7svX8-33">
          <mxGeometry relative="1" as="geometry" />
        </mxCell>
        <mxCell id="bi4VQwjYzm3vIGU7svX8-47" value="FireDecorator" style="swimlane;fontStyle=0;align=center;verticalAlign=top;childLayout=stackLayout;horizontal=1;startSize=26;horizontalStack=0;resizeParent=1;resizeLast=0;collapsible=1;marginBottom=0;rounded=0;shadow=0;strokeWidth=1;" vertex="1" parent="WIyWlLk6GJQsqaUBKTNV-1">
          <mxGeometry x="3070" y="-342" width="220" height="62" as="geometry">
            <mxRectangle x="130" y="380" width="160" height="26" as="alternateBounds" />
          </mxGeometry>
        </mxCell>
        <mxCell id="bi4VQwjYzm3vIGU7svX8-49" value="" style="line;html=1;strokeWidth=1;align=left;verticalAlign=middle;spacingTop=-1;spacingLeft=3;spacingRight=3;rotatable=0;labelPosition=right;points=[];portConstraint=eastwest;" vertex="1" parent="bi4VQwjYzm3vIGU7svX8-47">
          <mxGeometry y="26" width="220" height="8" as="geometry" />
        </mxCell>
        <mxCell id="bi4VQwjYzm3vIGU7svX8-50" value="+ update() : void " style="text;align=left;verticalAlign=top;spacingLeft=4;spacingRight=4;overflow=hidden;rotatable=0;points=[[0,0.5],[1,0.5]];portConstraint=eastwest;rounded=0;shadow=0;html=0;" vertex="1" parent="bi4VQwjYzm3vIGU7svX8-47">
          <mxGeometry y="34" width="220" height="26" as="geometry" />
        </mxCell>
        <mxCell id="bi4VQwjYzm3vIGU7svX8-169" style="edgeStyle=orthogonalEdgeStyle;rounded=0;orthogonalLoop=1;jettySize=auto;html=1;entryX=0.5;entryY=1;entryDx=0;entryDy=0;endArrow=blockThin;endFill=0;endSize=15;" edge="1" parent="WIyWlLk6GJQsqaUBKTNV-1" source="bi4VQwjYzm3vIGU7svX8-54" target="bi4VQwjYzm3vIGU7svX8-33">
          <mxGeometry relative="1" as="geometry" />
        </mxCell>
        <mxCell id="bi4VQwjYzm3vIGU7svX8-54" value="SpeedDecorator" style="swimlane;fontStyle=0;align=center;verticalAlign=top;childLayout=stackLayout;horizontal=1;startSize=26;horizontalStack=0;resizeParent=1;resizeLast=0;collapsible=1;marginBottom=0;rounded=0;shadow=0;strokeWidth=1;" vertex="1" parent="WIyWlLk6GJQsqaUBKTNV-1">
          <mxGeometry x="2970" y="-240" width="220" height="60" as="geometry">
            <mxRectangle x="130" y="380" width="160" height="26" as="alternateBounds" />
          </mxGeometry>
        </mxCell>
        <mxCell id="bi4VQwjYzm3vIGU7svX8-55" value="" style="line;html=1;strokeWidth=1;align=left;verticalAlign=middle;spacingTop=-1;spacingLeft=3;spacingRight=3;rotatable=0;labelPosition=right;points=[];portConstraint=eastwest;" vertex="1" parent="bi4VQwjYzm3vIGU7svX8-54">
          <mxGeometry y="26" width="220" height="8" as="geometry" />
        </mxCell>
        <mxCell id="bi4VQwjYzm3vIGU7svX8-56" value="+ update() : void " style="text;align=left;verticalAlign=top;spacingLeft=4;spacingRight=4;overflow=hidden;rotatable=0;points=[[0,0.5],[1,0.5]];portConstraint=eastwest;rounded=0;shadow=0;html=0;" vertex="1" parent="bi4VQwjYzm3vIGU7svX8-54">
          <mxGeometry y="34" width="220" height="26" as="geometry" />
        </mxCell>
        <mxCell id="bi4VQwjYzm3vIGU7svX8-170" style="edgeStyle=orthogonalEdgeStyle;rounded=0;orthogonalLoop=1;jettySize=auto;html=1;entryX=0.25;entryY=1;entryDx=0;entryDy=0;exitX=0;exitY=0.5;exitDx=0;exitDy=0;endArrow=blockThin;endFill=0;endSize=15;" edge="1" parent="WIyWlLk6GJQsqaUBKTNV-1" source="bi4VQwjYzm3vIGU7svX8-63" target="bi4VQwjYzm3vIGU7svX8-33">
          <mxGeometry relative="1" as="geometry" />
        </mxCell>
        <mxCell id="bi4VQwjYzm3vIGU7svX8-60" value="SplitterDecorator" style="swimlane;fontStyle=0;align=center;verticalAlign=top;childLayout=stackLayout;horizontal=1;startSize=26;horizontalStack=0;resizeParent=1;resizeLast=0;collapsible=1;marginBottom=0;rounded=0;shadow=0;strokeWidth=1;" vertex="1" parent="WIyWlLk6GJQsqaUBKTNV-1">
          <mxGeometry x="2960" y="-138" width="480" height="138" as="geometry">
            <mxRectangle x="130" y="380" width="160" height="26" as="alternateBounds" />
          </mxGeometry>
        </mxCell>
        <mxCell id="bi4VQwjYzm3vIGU7svX8-61" value="" style="line;html=1;strokeWidth=1;align=left;verticalAlign=middle;spacingTop=-1;spacingLeft=3;spacingRight=3;rotatable=0;labelPosition=right;points=[];portConstraint=eastwest;" vertex="1" parent="bi4VQwjYzm3vIGU7svX8-60">
          <mxGeometry y="26" width="480" height="8" as="geometry" />
        </mxCell>
        <mxCell id="bi4VQwjYzm3vIGU7svX8-66" value="+ constructor ( enemigo : EnemigoBase , vidas : Number , esHijo , bool) : EnemigoBase" style="text;align=left;verticalAlign=top;spacingLeft=4;spacingRight=4;overflow=hidden;rotatable=0;points=[[0,0.5],[1,0.5]];portConstraint=eastwest;rounded=0;shadow=0;html=0;" vertex="1" parent="bi4VQwjYzm3vIGU7svX8-60">
          <mxGeometry y="34" width="480" height="26" as="geometry" />
        </mxCell>
        <mxCell id="bi4VQwjYzm3vIGU7svX8-63" value="+ update(dt , player, engine) : void " style="text;align=left;verticalAlign=top;spacingLeft=4;spacingRight=4;overflow=hidden;rotatable=0;points=[[0,0.5],[1,0.5]];portConstraint=eastwest;rounded=0;shadow=0;html=0;" vertex="1" parent="bi4VQwjYzm3vIGU7svX8-60">
          <mxGeometry y="60" width="480" height="26" as="geometry" />
        </mxCell>
        <mxCell id="bi4VQwjYzm3vIGU7svX8-64" value="+ recibirGolpe(engine) : void " style="text;align=left;verticalAlign=top;spacingLeft=4;spacingRight=4;overflow=hidden;rotatable=0;points=[[0,0.5],[1,0.5]];portConstraint=eastwest;rounded=0;shadow=0;html=0;" vertex="1" parent="bi4VQwjYzm3vIGU7svX8-60">
          <mxGeometry y="86" width="480" height="26" as="geometry" />
        </mxCell>
        <mxCell id="bi4VQwjYzm3vIGU7svX8-62" value="+ morir(engine) : void " style="text;align=left;verticalAlign=top;spacingLeft=4;spacingRight=4;overflow=hidden;rotatable=0;points=[[0,0.5],[1,0.5]];portConstraint=eastwest;rounded=0;shadow=0;html=0;" vertex="1" parent="bi4VQwjYzm3vIGU7svX8-60">
          <mxGeometry y="112" width="480" height="26" as="geometry" />
        </mxCell>
        <mxCell id="bi4VQwjYzm3vIGU7svX8-142" style="edgeStyle=orthogonalEdgeStyle;rounded=0;orthogonalLoop=1;jettySize=auto;html=1;entryX=1;entryY=0.5;entryDx=0;entryDy=0;endArrow=none;endFill=0;" edge="1" parent="WIyWlLk6GJQsqaUBKTNV-1" source="bi4VQwjYzm3vIGU7svX8-67" target="zkfFHV4jXpPFQw0GAbJ--17">
          <mxGeometry relative="1" as="geometry" />
        </mxCell>
        <mxCell id="bi4VQwjYzm3vIGU7svX8-67" value="Nivel" style="swimlane;fontStyle=0;align=center;verticalAlign=top;childLayout=stackLayout;horizontal=1;startSize=26;horizontalStack=0;resizeParent=1;resizeLast=0;collapsible=1;marginBottom=0;rounded=0;shadow=0;strokeWidth=1;" vertex="1" parent="WIyWlLk6GJQsqaUBKTNV-1">
          <mxGeometry x="1110" y="-92" width="480" height="424" as="geometry">
            <mxRectangle x="130" y="380" width="160" height="26" as="alternateBounds" />
          </mxGeometry>
        </mxCell>
        <mxCell id="bi4VQwjYzm3vIGU7svX8-79" value="- app: PIXI.Application" style="text;align=left;verticalAlign=top;spacingLeft=4;spacingRight=4;overflow=hidden;rotatable=0;points=[[0,0.5],[1,0.5]];portConstraint=eastwest;rounded=0;shadow=0;html=0;" vertex="1" parent="bi4VQwjYzm3vIGU7svX8-67">
          <mxGeometry y="26" width="480" height="26" as="geometry" />
        </mxCell>
        <mxCell id="bi4VQwjYzm3vIGU7svX8-73" value="- mundo: PIXI.Container" style="text;align=left;verticalAlign=top;spacingLeft=4;spacingRight=4;overflow=hidden;rotatable=0;points=[[0,0.5],[1,0.5]];portConstraint=eastwest;rounded=0;shadow=0;html=0;" vertex="1" parent="bi4VQwjYzm3vIGU7svX8-67">
          <mxGeometry y="52" width="480" height="26" as="geometry" />
        </mxCell>
        <mxCell id="bi4VQwjYzm3vIGU7svX8-75" value="- camara: Object" style="text;align=left;verticalAlign=top;spacingLeft=4;spacingRight=4;overflow=hidden;rotatable=0;points=[[0,0.5],[1,0.5]];portConstraint=eastwest;rounded=0;shadow=0;html=0;" vertex="1" parent="bi4VQwjYzm3vIGU7svX8-67">
          <mxGeometry y="78" width="480" height="26" as="geometry" />
        </mxCell>
        <mxCell id="bi4VQwjYzm3vIGU7svX8-76" value="- player: Player" style="text;align=left;verticalAlign=top;spacingLeft=4;spacingRight=4;overflow=hidden;rotatable=0;points=[[0,0.5],[1,0.5]];portConstraint=eastwest;rounded=0;shadow=0;html=0;" vertex="1" parent="bi4VQwjYzm3vIGU7svX8-67">
          <mxGeometry y="104" width="480" height="26" as="geometry" />
        </mxCell>
        <mxCell id="bi4VQwjYzm3vIGU7svX8-77" value="- renderizador: TilemapRenderer" style="text;align=left;verticalAlign=top;spacingLeft=4;spacingRight=4;overflow=hidden;rotatable=0;points=[[0,0.5],[1,0.5]];portConstraint=eastwest;rounded=0;shadow=0;html=0;" vertex="1" parent="bi4VQwjYzm3vIGU7svX8-67">
          <mxGeometry y="130" width="480" height="26" as="geometry" />
        </mxCell>
        <mxCell id="bi4VQwjYzm3vIGU7svX8-78" value="- uiManager: UIManager" style="text;align=left;verticalAlign=top;spacingLeft=4;spacingRight=4;overflow=hidden;rotatable=0;points=[[0,0.5],[1,0.5]];portConstraint=eastwest;rounded=0;shadow=0;html=0;" vertex="1" parent="bi4VQwjYzm3vIGU7svX8-67">
          <mxGeometry y="156" width="480" height="26" as="geometry" />
        </mxCell>
        <mxCell id="bi4VQwjYzm3vIGU7svX8-124" value="- inputManager: InputManager" style="text;align=left;verticalAlign=top;spacingLeft=4;spacingRight=4;overflow=hidden;rotatable=0;points=[[0,0.5],[1,0.5]];portConstraint=eastwest;rounded=0;shadow=0;html=0;" vertex="1" parent="bi4VQwjYzm3vIGU7svX8-67">
          <mxGeometry y="182" width="480" height="26" as="geometry" />
        </mxCell>
        <mxCell id="bi4VQwjYzm3vIGU7svX8-125" value="- collisionManager: CollisionManager" style="text;align=left;verticalAlign=top;spacingLeft=4;spacingRight=4;overflow=hidden;rotatable=0;points=[[0,0.5],[1,0.5]];portConstraint=eastwest;rounded=0;shadow=0;html=0;" vertex="1" parent="bi4VQwjYzm3vIGU7svX8-67">
          <mxGeometry y="208" width="480" height="26" as="geometry" />
        </mxCell>
        <mxCell id="bi4VQwjYzm3vIGU7svX8-126" value="- enemyManager: EnemyManager" style="text;align=left;verticalAlign=top;spacingLeft=4;spacingRight=4;overflow=hidden;rotatable=0;points=[[0,0.5],[1,0.5]];portConstraint=eastwest;rounded=0;shadow=0;html=0;" vertex="1" parent="bi4VQwjYzm3vIGU7svX8-67">
          <mxGeometry y="234" width="480" height="26" as="geometry" />
        </mxCell>
        <mxCell id="bi4VQwjYzm3vIGU7svX8-68" value="" style="line;html=1;strokeWidth=1;align=left;verticalAlign=middle;spacingTop=-1;spacingLeft=3;spacingRight=3;rotatable=0;labelPosition=right;points=[];portConstraint=eastwest;" vertex="1" parent="bi4VQwjYzm3vIGU7svX8-67">
          <mxGeometry y="260" width="480" height="8" as="geometry" />
        </mxCell>
        <mxCell id="bi4VQwjYzm3vIGU7svX8-69" value="+ constructor(canvas, config, eventBus)" style="text;align=left;verticalAlign=top;spacingLeft=4;spacingRight=4;overflow=hidden;rotatable=0;points=[[0,0.5],[1,0.5]];portConstraint=eastwest;rounded=0;shadow=0;html=0;" vertex="1" parent="bi4VQwjYzm3vIGU7svX8-67">
          <mxGeometry y="268" width="480" height="26" as="geometry" />
        </mxCell>
        <mxCell id="bi4VQwjYzm3vIGU7svX8-70" value="+ start(): void" style="text;align=left;verticalAlign=top;spacingLeft=4;spacingRight=4;overflow=hidden;rotatable=0;points=[[0,0.5],[1,0.5]];portConstraint=eastwest;rounded=0;shadow=0;html=0;" vertex="1" parent="bi4VQwjYzm3vIGU7svX8-67">
          <mxGeometry y="294" width="480" height="26" as="geometry" />
        </mxCell>
        <mxCell id="bi4VQwjYzm3vIGU7svX8-71" value="+ update(delta: Number): void" style="text;align=left;verticalAlign=top;spacingLeft=4;spacingRight=4;overflow=hidden;rotatable=0;points=[[0,0.5],[1,0.5]];portConstraint=eastwest;rounded=0;shadow=0;html=0;" vertex="1" parent="bi4VQwjYzm3vIGU7svX8-67">
          <mxGeometry y="320" width="480" height="26" as="geometry" />
        </mxCell>
        <mxCell id="bi4VQwjYzm3vIGU7svX8-81" value="- actualizarCamara(): void" style="text;align=left;verticalAlign=top;spacingLeft=4;spacingRight=4;overflow=hidden;rotatable=0;points=[[0,0.5],[1,0.5]];portConstraint=eastwest;rounded=0;shadow=0;html=0;" vertex="1" parent="bi4VQwjYzm3vIGU7svX8-67">
          <mxGeometry y="346" width="480" height="26" as="geometry" />
        </mxCell>
        <mxCell id="bi4VQwjYzm3vIGU7svX8-82" value="- verificarVictoria(): void" style="text;align=left;verticalAlign=top;spacingLeft=4;spacingRight=4;overflow=hidden;rotatable=0;points=[[0,0.5],[1,0.5]];portConstraint=eastwest;rounded=0;shadow=0;html=0;" vertex="1" parent="bi4VQwjYzm3vIGU7svX8-67">
          <mxGeometry y="372" width="480" height="26" as="geometry" />
        </mxCell>
        <mxCell id="bi4VQwjYzm3vIGU7svX8-72" value="+ destroy(): void" style="text;align=left;verticalAlign=top;spacingLeft=4;spacingRight=4;overflow=hidden;rotatable=0;points=[[0,0.5],[1,0.5]];portConstraint=eastwest;rounded=0;shadow=0;html=0;" vertex="1" parent="bi4VQwjYzm3vIGU7svX8-67">
          <mxGeometry y="398" width="480" height="26" as="geometry" />
        </mxCell>
        <mxCell id="bi4VQwjYzm3vIGU7svX8-159" style="edgeStyle=orthogonalEdgeStyle;rounded=0;orthogonalLoop=1;jettySize=auto;html=1;entryX=1;entryY=0.5;entryDx=0;entryDy=0;endArrow=none;endFill=0;" edge="1" parent="WIyWlLk6GJQsqaUBKTNV-1" source="bi4VQwjYzm3vIGU7svX8-83" target="bi4VQwjYzm3vIGU7svX8-109">
          <mxGeometry relative="1" as="geometry" />
        </mxCell>
        <mxCell id="bi4VQwjYzm3vIGU7svX8-83" value="InputManager" style="swimlane;fontStyle=0;align=center;verticalAlign=top;childLayout=stackLayout;horizontal=1;startSize=26;horizontalStack=0;resizeParent=1;resizeLast=0;collapsible=1;marginBottom=0;rounded=0;shadow=0;strokeWidth=1;" vertex="1" parent="WIyWlLk6GJQsqaUBKTNV-1">
          <mxGeometry x="2380" y="880" width="480" height="120" as="geometry">
            <mxRectangle x="130" y="380" width="160" height="26" as="alternateBounds" />
          </mxGeometry>
        </mxCell>
        <mxCell id="bi4VQwjYzm3vIGU7svX8-95" value="- keys: Object" style="text;align=left;verticalAlign=top;spacingLeft=4;spacingRight=4;overflow=hidden;rotatable=0;points=[[0,0.5],[1,0.5]];portConstraint=eastwest;rounded=0;shadow=0;html=0;" vertex="1" parent="bi4VQwjYzm3vIGU7svX8-83">
          <mxGeometry y="26" width="480" height="26" as="geometry" />
        </mxCell>
        <mxCell id="bi4VQwjYzm3vIGU7svX8-84" value="" style="line;html=1;strokeWidth=1;align=left;verticalAlign=middle;spacingTop=-1;spacingLeft=3;spacingRight=3;rotatable=0;labelPosition=right;points=[];portConstraint=eastwest;" vertex="1" parent="bi4VQwjYzm3vIGU7svX8-83">
          <mxGeometry y="52" width="480" height="8" as="geometry" />
        </mxCell>
        <mxCell id="bi4VQwjYzm3vIGU7svX8-163" value="+ isActionPressed(actionName: String): Boolean" style="text;align=left;verticalAlign=top;spacingLeft=4;spacingRight=4;overflow=hidden;rotatable=0;points=[[0,0.5],[1,0.5]];portConstraint=eastwest;rounded=0;shadow=0;html=0;" vertex="1" parent="bi4VQwjYzm3vIGU7svX8-83">
          <mxGeometry y="60" width="480" height="26" as="geometry" />
        </mxCell>
        <mxCell id="bi4VQwjYzm3vIGU7svX8-164" style="edgeStyle=orthogonalEdgeStyle;rounded=0;orthogonalLoop=1;jettySize=auto;html=1;entryX=0;entryY=0.5;entryDx=0;entryDy=0;endArrow=none;endFill=0;" edge="1" parent="WIyWlLk6GJQsqaUBKTNV-1" source="bi4VQwjYzm3vIGU7svX8-89" target="bi4VQwjYzm3vIGU7svX8-109">
          <mxGeometry relative="1" as="geometry" />
        </mxCell>
        <mxCell id="bi4VQwjYzm3vIGU7svX8-89" value="CollisionManager" style="swimlane;fontStyle=0;align=center;verticalAlign=top;childLayout=stackLayout;horizontal=1;startSize=26;horizontalStack=0;resizeParent=1;resizeLast=0;collapsible=1;marginBottom=0;rounded=0;shadow=0;strokeWidth=1;" vertex="1" parent="WIyWlLk6GJQsqaUBKTNV-1">
          <mxGeometry x="2080" y="1050" width="480" height="216" as="geometry">
            <mxRectangle x="130" y="380" width="160" height="26" as="alternateBounds" />
          </mxGeometry>
        </mxCell>
        <mxCell id="bi4VQwjYzm3vIGU7svX8-96" value="+ update(dt , player, engine) : void " style="text;align=left;verticalAlign=top;spacingLeft=4;spacingRight=4;overflow=hidden;rotatable=0;points=[[0,0.5],[1,0.5]];portConstraint=eastwest;rounded=0;shadow=0;html=0;" vertex="1" parent="bi4VQwjYzm3vIGU7svX8-89">
          <mxGeometry y="26" width="480" height="26" as="geometry" />
        </mxCell>
        <mxCell id="bi4VQwjYzm3vIGU7svX8-90" value="" style="line;html=1;strokeWidth=1;align=left;verticalAlign=middle;spacingTop=-1;spacingLeft=3;spacingRight=3;rotatable=0;labelPosition=right;points=[];portConstraint=eastwest;" vertex="1" parent="bi4VQwjYzm3vIGU7svX8-89">
          <mxGeometry y="52" width="480" height="8" as="geometry" />
        </mxCell>
        <mxCell id="bi4VQwjYzm3vIGU7svX8-91" value="+ constructor ( enemigo : EnemigoBase , vidas : Number , esHijo , bool) : EnemigoBase" style="text;align=left;verticalAlign=top;spacingLeft=4;spacingRight=4;overflow=hidden;rotatable=0;points=[[0,0.5],[1,0.5]];portConstraint=eastwest;rounded=0;shadow=0;html=0;" vertex="1" parent="bi4VQwjYzm3vIGU7svX8-89">
          <mxGeometry y="60" width="480" height="26" as="geometry" />
        </mxCell>
        <mxCell id="bi4VQwjYzm3vIGU7svX8-92" value="+ update(dt , player, engine) : void " style="text;align=left;verticalAlign=top;spacingLeft=4;spacingRight=4;overflow=hidden;rotatable=0;points=[[0,0.5],[1,0.5]];portConstraint=eastwest;rounded=0;shadow=0;html=0;" vertex="1" parent="bi4VQwjYzm3vIGU7svX8-89">
          <mxGeometry y="86" width="480" height="26" as="geometry" />
        </mxCell>
        <mxCell id="bi4VQwjYzm3vIGU7svX8-93" value="+ recibirGolpe(engine) : void " style="text;align=left;verticalAlign=top;spacingLeft=4;spacingRight=4;overflow=hidden;rotatable=0;points=[[0,0.5],[1,0.5]];portConstraint=eastwest;rounded=0;shadow=0;html=0;" vertex="1" parent="bi4VQwjYzm3vIGU7svX8-89">
          <mxGeometry y="112" width="480" height="26" as="geometry" />
        </mxCell>
        <mxCell id="bi4VQwjYzm3vIGU7svX8-99" value="+ verificarColisionesJugadorEnemigo() : void" style="text;align=left;verticalAlign=top;spacingLeft=4;spacingRight=4;overflow=hidden;rotatable=0;points=[[0,0.5],[1,0.5]];portConstraint=eastwest;rounded=0;shadow=0;html=0;" vertex="1" parent="bi4VQwjYzm3vIGU7svX8-89">
          <mxGeometry y="138" width="480" height="26" as="geometry" />
        </mxCell>
        <mxCell id="bi4VQwjYzm3vIGU7svX8-100" value="+ actualizarProyectiles (dt) : void  " style="text;align=left;verticalAlign=top;spacingLeft=4;spacingRight=4;overflow=hidden;rotatable=0;points=[[0,0.5],[1,0.5]];portConstraint=eastwest;rounded=0;shadow=0;html=0;" vertex="1" parent="bi4VQwjYzm3vIGU7svX8-89">
          <mxGeometry y="164" width="480" height="26" as="geometry" />
        </mxCell>
        <mxCell id="bi4VQwjYzm3vIGU7svX8-94" value="+ morir(engine) : void " style="text;align=left;verticalAlign=top;spacingLeft=4;spacingRight=4;overflow=hidden;rotatable=0;points=[[0,0.5],[1,0.5]];portConstraint=eastwest;rounded=0;shadow=0;html=0;" vertex="1" parent="bi4VQwjYzm3vIGU7svX8-89">
          <mxGeometry y="190" width="480" height="26" as="geometry" />
        </mxCell>
        <mxCell id="bi4VQwjYzm3vIGU7svX8-147" style="edgeStyle=orthogonalEdgeStyle;rounded=0;orthogonalLoop=1;jettySize=auto;html=1;" edge="1" parent="WIyWlLk6GJQsqaUBKTNV-1" source="bi4VQwjYzm3vIGU7svX8-101" target="bi4VQwjYzm3vIGU7svX8-72">
          <mxGeometry relative="1" as="geometry" />
        </mxCell>
-         <mxCell id="bi4VQwjYzm3vIGU7svX8-101" value="PlayerController" style="swimlane;fontStyle=0;align=center;verticalAlign=top;childLayout=stackLayout;horizontal=1;startSize=26;horizontalStack=0;resizeParent=1;resizeLast=0;collapsible=1;marginBottom=0;rounded=0;shadow=0;strokeWidth=1;" vertex="1" parent="WIyWlLk6GJQsqaUBKTNV-1">
+         <mxCell id="bi4VQwjYzm3vIGU7svX8-101" value="PlayerControllerCarpet" style="swimlane;fontStyle=0;align=center;verticalAlign=top;childLayout=stackLayout;horizontal=1;startSize=26;horizontalStack=0;resizeParent=1;resizeLast=0;collapsible=1;marginBottom=0;rounded=0;shadow=0;strokeWidth=1;" vertex="1" parent="WIyWlLk6GJQsqaUBKTNV-1">
          <mxGeometry x="1710" y="560" width="480" height="268" as="geometry">
            <mxRectangle x="130" y="380" width="160" height="26" as="alternateBounds" />
          </mxGeometry>
        </mxCell>
        <mxCell id="bi4VQwjYzm3vIGU7svX8-102" value="- keys: Object" style="text;align=left;verticalAlign=top;spacingLeft=4;spacingRight=4;overflow=hidden;rotatable=0;points=[[0,0.5],[1,0.5]];portConstraint=eastwest;rounded=0;shadow=0;html=0;" vertex="1" parent="bi4VQwjYzm3vIGU7svX8-101">
          <mxGeometry y="26" width="480" height="26" as="geometry" />
        </mxCell>
        <mxCell id="bi4VQwjYzm3vIGU7svX8-157" value="- player Player" style="text;align=left;verticalAlign=top;spacingLeft=4;spacingRight=4;overflow=hidden;rotatable=0;points=[[0,0.5],[1,0.5]];portConstraint=eastwest;rounded=0;shadow=0;html=0;" vertex="1" parent="bi4VQwjYzm3vIGU7svX8-101">
          <mxGeometry y="52" width="480" height="26" as="geometry" />
        </mxCell>
        <mxCell id="bi4VQwjYzm3vIGU7svX8-103" value="- touchState: Object" style="text;align=left;verticalAlign=top;spacingLeft=4;spacingRight=4;overflow=hidden;rotatable=0;points=[[0,0.5],[1,0.5]];portConstraint=eastwest;rounded=0;shadow=0;html=0;" vertex="1" parent="bi4VQwjYzm3vIGU7svX8-101">
          <mxGeometry y="78" width="480" height="26" as="geometry" />
        </mxCell>
        <mxCell id="bi4VQwjYzm3vIGU7svX8-104" value="" style="line;html=1;strokeWidth=1;align=left;verticalAlign=middle;spacingTop=-1;spacingLeft=3;spacingRight=3;rotatable=0;labelPosition=right;points=[];portConstraint=eastwest;" vertex="1" parent="bi4VQwjYzm3vIGU7svX8-101">
          <mxGeometry y="104" width="480" height="8" as="geometry" />
        </mxCell>
        <mxCell id="bi4VQwjYzm3vIGU7svX8-105" value="+ constructor()" style="text;align=left;verticalAlign=top;spacingLeft=4;spacingRight=4;overflow=hidden;rotatable=0;points=[[0,0.5],[1,0.5]];portConstraint=eastwest;rounded=0;shadow=0;html=0;" vertex="1" parent="bi4VQwjYzm3vIGU7svX8-101">
          <mxGeometry y="112" width="480" height="26" as="geometry" />
        </mxCell>
        <mxCell id="bi4VQwjYzm3vIGU7svX8-106" value="+ moverJugador(dt, velocity) : void" style="text;align=left;verticalAlign=top;spacingLeft=4;spacingRight=4;overflow=hidden;rotatable=0;points=[[0,0.5],[1,0.5]];portConstraint=eastwest;rounded=0;shadow=0;html=0;" vertex="1" parent="bi4VQwjYzm3vIGU7svX8-101">
          <mxGeometry y="138" width="480" height="26" as="geometry" />
        </mxCell>
        <mxCell id="bi4VQwjYzm3vIGU7svX8-107" value="+ onKeyUp(event): void" style="text;align=left;verticalAlign=top;spacingLeft=4;spacingRight=4;overflow=hidden;rotatable=0;points=[[0,0.5],[1,0.5]];portConstraint=eastwest;rounded=0;shadow=0;html=0;" vertex="1" parent="bi4VQwjYzm3vIGU7svX8-101">
          <mxGeometry y="164" width="480" height="26" as="geometry" />
        </mxCell>
        <mxCell id="bi4VQwjYzm3vIGU7svX8-153" value="+ onKeyDown(event): void" style="text;align=left;verticalAlign=top;spacingLeft=4;spacingRight=4;overflow=hidden;rotatable=0;points=[[0,0.5],[1,0.5]];portConstraint=eastwest;rounded=0;shadow=0;html=0;" vertex="1" parent="bi4VQwjYzm3vIGU7svX8-101">
          <mxGeometry y="190" width="480" height="26" as="geometry" />
        </mxCell>
        <mxCell id="bi4VQwjYzm3vIGU7svX8-108" value="+ isActionPressed(actionName: String): Boolean" style="text;align=left;verticalAlign=top;spacingLeft=4;spacingRight=4;overflow=hidden;rotatable=0;points=[[0,0.5],[1,0.5]];portConstraint=eastwest;rounded=0;shadow=0;html=0;" vertex="1" parent="bi4VQwjYzm3vIGU7svX8-101">
          <mxGeometry y="216" width="480" height="26" as="geometry" />
        </mxCell>
        <mxCell id="bi4VQwjYzm3vIGU7svX8-109" value="+ registerMobileInput(btnId: String, actionName: String): void" style="text;align=left;verticalAlign=top;spacingLeft=4;spacingRight=4;overflow=hidden;rotatable=0;points=[[0,0.5],[1,0.5]];portConstraint=eastwest;rounded=0;shadow=0;html=0;" vertex="1" parent="bi4VQwjYzm3vIGU7svX8-101">
          <mxGeometry y="242" width="480" height="26" as="geometry" />
        </mxCell>
        <mxCell id="bi4VQwjYzm3vIGU7svX8-145" style="edgeStyle=orthogonalEdgeStyle;rounded=0;orthogonalLoop=1;jettySize=auto;html=1;entryX=1;entryY=0.5;entryDx=0;entryDy=0;endArrow=diamondThin;endFill=1;endSize=15;" edge="1" parent="WIyWlLk6GJQsqaUBKTNV-1" source="bi4VQwjYzm3vIGU7svX8-110" target="bi4VQwjYzm3vIGU7svX8-77">
          <mxGeometry relative="1" as="geometry" />
        </mxCell>
        <mxCell id="bi4VQwjYzm3vIGU7svX8-110" value="UiManager" style="swimlane;fontStyle=0;align=center;verticalAlign=top;childLayout=stackLayout;horizontal=1;startSize=26;horizontalStack=0;resizeParent=1;resizeLast=0;collapsible=1;marginBottom=0;rounded=0;shadow=0;strokeWidth=1;" vertex="1" parent="WIyWlLk6GJQsqaUBKTNV-1">
          <mxGeometry x="2001" y="90" width="480" height="346" as="geometry">
            <mxRectangle x="130" y="380" width="160" height="26" as="alternateBounds" />
          </mxGeometry>
        </mxCell>
        <mxCell id="bi4VQwjYzm3vIGU7svX8-111" value="- capaUI : PIXI.Container " style="text;align=left;verticalAlign=top;spacingLeft=4;spacingRight=4;overflow=hidden;rotatable=0;points=[[0,0.5],[1,0.5]];portConstraint=eastwest;rounded=0;shadow=0;html=0;" vertex="1" parent="bi4VQwjYzm3vIGU7svX8-110">
          <mxGeometry y="26" width="480" height="26" as="geometry" />
        </mxCell>
        <mxCell id="bi4VQwjYzm3vIGU7svX8-112" value="- textoVidas: PIXI.Text" style="text;align=left;verticalAlign=top;spacingLeft=4;spacingRight=4;overflow=hidden;rotatable=0;points=[[0,0.5],[1,0.5]];portConstraint=eastwest;rounded=0;shadow=0;html=0;" vertex="1" parent="bi4VQwjYzm3vIGU7svX8-110">
          <mxGeometry y="52" width="480" height="26" as="geometry" />
        </mxCell>
        <mxCell id="bi4VQwjYzm3vIGU7svX8-120" value="- barraTurbo: PIXI.Graphics" style="text;align=left;verticalAlign=top;spacingLeft=4;spacingRight=4;overflow=hidden;rotatable=0;points=[[0,0.5],[1,0.5]];portConstraint=eastwest;rounded=0;shadow=0;html=0;" vertex="1" parent="bi4VQwjYzm3vIGU7svX8-110">
          <mxGeometry y="78" width="480" height="26" as="geometry" />
        </mxCell>
        <mxCell id="bi4VQwjYzm3vIGU7svX8-121" value="- vidasCacheadas: Number" style="text;align=left;verticalAlign=top;spacingLeft=4;spacingRight=4;overflow=hidden;rotatable=0;points=[[0,0.5],[1,0.5]];portConstraint=eastwest;rounded=0;shadow=0;html=0;" vertex="1" parent="bi4VQwjYzm3vIGU7svX8-110">
          <mxGeometry y="104" width="480" height="26" as="geometry" />
        </mxCell>
        <mxCell id="bi4VQwjYzm3vIGU7svX8-119" value="- turboCacheados: Number" style="text;align=left;verticalAlign=top;spacingLeft=4;spacingRight=4;overflow=hidden;rotatable=0;points=[[0,0.5],[1,0.5]];portConstraint=eastwest;rounded=0;shadow=0;html=0;" vertex="1" parent="bi4VQwjYzm3vIGU7svX8-110">
          <mxGeometry y="130" width="480" height="26" as="geometry" />
        </mxCell>
        <mxCell id="bi4VQwjYzm3vIGU7svX8-113" value="" style="line;html=1;strokeWidth=1;align=left;verticalAlign=middle;spacingTop=-1;spacingLeft=3;spacingRight=3;rotatable=0;labelPosition=right;points=[];portConstraint=eastwest;" vertex="1" parent="bi4VQwjYzm3vIGU7svX8-110">
          <mxGeometry y="156" width="480" height="8" as="geometry" />
        </mxCell>
        <mxCell id="bi4VQwjYzm3vIGU7svX8-114" value="+ constructor(capaUI: PIXI.Container)" style="text;align=left;verticalAlign=top;spacingLeft=4;spacingRight=4;overflow=hidden;rotatable=0;points=[[0,0.5],[1,0.5]];portConstraint=eastwest;rounded=0;shadow=0;html=0;" vertex="1" parent="bi4VQwjYzm3vIGU7svX8-110">
          <mxGeometry y="164" width="480" height="26" as="geometry" />
        </mxCell>
        <mxCell id="bi4VQwjYzm3vIGU7svX8-115" value="- inicializarElementos(): void" style="text;align=left;verticalAlign=top;spacingLeft=4;spacingRight=4;overflow=hidden;rotatable=0;points=[[0,0.5],[1,0.5]];portConstraint=eastwest;rounded=0;shadow=0;html=0;" vertex="1" parent="bi4VQwjYzm3vIGU7svX8-110">
          <mxGeometry y="190" width="480" height="26" as="geometry" />
        </mxCell>
        <mxCell id="bi4VQwjYzm3vIGU7svX8-116" value="+ actualizar(player: Object): void" style="text;align=left;verticalAlign=top;spacingLeft=4;spacingRight=4;overflow=hidden;rotatable=0;points=[[0,0.5],[1,0.5]];portConstraint=eastwest;rounded=0;shadow=0;html=0;" vertex="1" parent="bi4VQwjYzm3vIGU7svX8-110">
          <mxGeometry y="216" width="480" height="26" as="geometry" />
        </mxCell>
        <mxCell id="bi4VQwjYzm3vIGU7svX8-117" value="- actualizarVidas(vidas: Number): void" style="text;align=left;verticalAlign=top;spacingLeft=4;spacingRight=4;overflow=hidden;rotatable=0;points=[[0,0.5],[1,0.5]];portConstraint=eastwest;rounded=0;shadow=0;html=0;" vertex="1" parent="bi4VQwjYzm3vIGU7svX8-110">
          <mxGeometry y="242" width="480" height="26" as="geometry" />
        </mxCell>
        <mxCell id="bi4VQwjYzm3vIGU7svX8-122" value="- actualizarTurbo(turboRestante: Number): void" style="text;align=left;verticalAlign=top;spacingLeft=4;spacingRight=4;overflow=hidden;rotatable=0;points=[[0,0.5],[1,0.5]];portConstraint=eastwest;rounded=0;shadow=0;html=0;" vertex="1" parent="bi4VQwjYzm3vIGU7svX8-110">
          <mxGeometry y="268" width="480" height="26" as="geometry" />
        </mxCell>
        <mxCell id="bi4VQwjYzm3vIGU7svX8-118" value="+ mostrarMensajeFlotante(texto: String, x: Number, y: Number): void" style="text;align=left;verticalAlign=top;spacingLeft=4;spacingRight=4;overflow=hidden;rotatable=0;points=[[0,0.5],[1,0.5]];portConstraint=eastwest;rounded=0;shadow=0;html=0;" vertex="1" parent="bi4VQwjYzm3vIGU7svX8-110">
          <mxGeometry y="294" width="480" height="26" as="geometry" />
        </mxCell>
        <mxCell id="bi4VQwjYzm3vIGU7svX8-123" value="+ destroy(): void" style="text;align=left;verticalAlign=top;spacingLeft=4;spacingRight=4;overflow=hidden;rotatable=0;points=[[0,0.5],[1,0.5]];portConstraint=eastwest;rounded=0;shadow=0;html=0;" vertex="1" parent="bi4VQwjYzm3vIGU7svX8-110">
          <mxGeometry y="320" width="480" height="26" as="geometry" />
        </mxCell>
        <mxCell id="bi4VQwjYzm3vIGU7svX8-127" value="EnemyManager" style="swimlane;fontStyle=0;align=center;verticalAlign=top;childLayout=stackLayout;horizontal=1;startSize=26;horizontalStack=0;resizeParent=1;resizeLast=0;collapsible=1;marginBottom=0;rounded=0;shadow=0;strokeWidth=1;" vertex="1" parent="WIyWlLk6GJQsqaUBKTNV-1">
          <mxGeometry x="1700" y="-600" width="480" height="300" as="geometry">
            <mxRectangle x="130" y="380" width="160" height="26" as="alternateBounds" />
          </mxGeometry>
        </mxCell>
        <mxCell id="bi4VQwjYzm3vIGU7svX8-128" value="- enemies: Array&lt;EnemigoDecorator | EnemigoBase&gt;" style="text;align=left;verticalAlign=top;spacingLeft=4;spacingRight=4;overflow=hidden;rotatable=0;points=[[0,0.5],[1,0.5]];portConstraint=eastwest;rounded=0;shadow=0;html=0;" vertex="1" parent="bi4VQwjYzm3vIGU7svX8-127">
          <mxGeometry y="26" width="480" height="26" as="geometry" />
        </mxCell>
        <mxCell id="bi4VQwjYzm3vIGU7svX8-137" value="- capaEntidades: PIXI.Container" style="text;align=left;verticalAlign=top;spacingLeft=4;spacingRight=4;overflow=hidden;rotatable=0;points=[[0,0.5],[1,0.5]];portConstraint=eastwest;rounded=0;shadow=0;html=0;" vertex="1" parent="bi4VQwjYzm3vIGU7svX8-127">
          <mxGeometry y="52" width="480" height="26" as="geometry" />
        </mxCell>
        <mxCell id="bi4VQwjYzm3vIGU7svX8-129" value="- tileSize: Number" style="text;align=left;verticalAlign=top;spacingLeft=4;spacingRight=4;overflow=hidden;rotatable=0;points=[[0,0.5],[1,0.5]];portConstraint=eastwest;rounded=0;shadow=0;html=0;" vertex="1" parent="bi4VQwjYzm3vIGU7svX8-127">
          <mxGeometry y="78" width="480" height="26" as="geometry" />
        </mxCell>
        <mxCell id="bi4VQwjYzm3vIGU7svX8-139" value="- configEnemigos: Array" style="text;align=left;verticalAlign=top;spacingLeft=4;spacingRight=4;overflow=hidden;rotatable=0;points=[[0,0.5],[1,0.5]];portConstraint=eastwest;rounded=0;shadow=0;html=0;" vertex="1" parent="bi4VQwjYzm3vIGU7svX8-127">
          <mxGeometry y="104" width="480" height="26" as="geometry" />
        </mxCell>
        <mxCell id="bi4VQwjYzm3vIGU7svX8-130" value="" style="line;html=1;strokeWidth=1;align=left;verticalAlign=middle;spacingTop=-1;spacingLeft=3;spacingRight=3;rotatable=0;labelPosition=right;points=[];portConstraint=eastwest;" vertex="1" parent="bi4VQwjYzm3vIGU7svX8-127">
          <mxGeometry y="130" width="480" height="8" as="geometry" />
        </mxCell>
        <mxCell id="bi4VQwjYzm3vIGU7svX8-131" value="+ constructor(capaEntidades: PIXI.Container, tileSize: Number, configEnemigos: Array)" style="text;align=left;verticalAlign=top;spacingLeft=4;spacingRight=4;overflow=hidden;rotatable=0;points=[[0,0.5],[1,0.5]];portConstraint=eastwest;rounded=0;shadow=0;html=0;" vertex="1" parent="bi4VQwjYzm3vIGU7svX8-127">
          <mxGeometry y="138" width="480" height="26" as="geometry" />
        </mxCell>
        <mxCell id="bi4VQwjYzm3vIGU7svX8-132" value="+ inicializar(): void" style="text;align=left;verticalAlign=top;spacingLeft=4;spacingRight=4;overflow=hidden;rotatable=0;points=[[0,0.5],[1,0.5]];portConstraint=eastwest;rounded=0;shadow=0;html=0;" vertex="1" parent="bi4VQwjYzm3vIGU7svX8-127">
          <mxGeometry y="164" width="480" height="26" as="geometry" />
        </mxCell>
        <mxCell id="bi4VQwjYzm3vIGU7svX8-133" value="- fabricaDeEnemigos(data: Object): EnemigoDecorator" style="text;align=left;verticalAlign=top;spacingLeft=4;spacingRight=4;overflow=hidden;rotatable=0;points=[[0,0.5],[1,0.5]];portConstraint=eastwest;rounded=0;shadow=0;html=0;" vertex="1" parent="bi4VQwjYzm3vIGU7svX8-127">
          <mxGeometry y="190" width="480" height="26" as="geometry" />
        </mxCell>
        <mxCell id="bi4VQwjYzm3vIGU7svX8-134" value="+ update(dt: Number, player: Object, engineRef: Object): void" style="text;align=left;verticalAlign=top;spacingLeft=4;spacingRight=4;overflow=hidden;rotatable=0;points=[[0,0.5],[1,0.5]];portConstraint=eastwest;rounded=0;shadow=0;html=0;" vertex="1" parent="bi4VQwjYzm3vIGU7svX8-127">
          <mxGeometry y="216" width="480" height="26" as="geometry" />
        </mxCell>
        <mxCell id="bi4VQwjYzm3vIGU7svX8-135" value="+ removerEnemigo(enemigoBase): void" style="text;align=left;verticalAlign=top;spacingLeft=4;spacingRight=4;overflow=hidden;rotatable=0;points=[[0,0.5],[1,0.5]];portConstraint=eastwest;rounded=0;shadow=0;html=0;" vertex="1" parent="bi4VQwjYzm3vIGU7svX8-127">
          <mxGeometry y="242" width="480" height="26" as="geometry" />
        </mxCell>
        <mxCell id="bi4VQwjYzm3vIGU7svX8-140" value="+ destroy(): void" style="text;align=left;verticalAlign=top;spacingLeft=4;spacingRight=4;overflow=hidden;rotatable=0;points=[[0,0.5],[1,0.5]];portConstraint=eastwest;rounded=0;shadow=0;html=0;" vertex="1" parent="bi4VQwjYzm3vIGU7svX8-127">
          <mxGeometry y="268" width="480" height="26" as="geometry" />
        </mxCell>
        <mxCell id="bi4VQwjYzm3vIGU7svX8-143" style="edgeStyle=orthogonalEdgeStyle;rounded=0;orthogonalLoop=1;jettySize=auto;html=1;endArrow=diamondThin;endFill=1;endSize=15;" edge="1" parent="WIyWlLk6GJQsqaUBKTNV-1" source="bi4VQwjYzm3vIGU7svX8-131" target="bi4VQwjYzm3vIGU7svX8-67">
          <mxGeometry relative="1" as="geometry" />
        </mxCell>
        <mxCell id="bi4VQwjYzm3vIGU7svX8-158" style="edgeStyle=orthogonalEdgeStyle;rounded=0;orthogonalLoop=1;jettySize=auto;html=1;entryX=1;entryY=0.5;entryDx=0;entryDy=0;endArrow=diamondThin;endFill=0;endSize=19;" edge="1" parent="WIyWlLk6GJQsqaUBKTNV-1" source="bi4VQwjYzm3vIGU7svX8-148" target="bi4VQwjYzm3vIGU7svX8-105">
          <mxGeometry relative="1" as="geometry" />
        </mxCell>
        <mxCell id="bi4VQwjYzm3vIGU7svX8-148" value="Player" style="swimlane;fontStyle=0;align=center;verticalAlign=top;childLayout=stackLayout;horizontal=1;startSize=26;horizontalStack=0;resizeParent=1;resizeLast=0;collapsible=1;marginBottom=0;rounded=0;shadow=0;strokeWidth=1;" vertex="1" parent="WIyWlLk6GJQsqaUBKTNV-1">
-           <mxGeometry x="2500" y="577" width="480" height="164" as="geometry">
+           <mxGeometry x="2500" y="577" width="480" height="190" as="geometry">
            <mxRectangle x="130" y="380" width="160" height="26" as="alternateBounds" />
          </mxGeometry>
        </mxCell>
        <mxCell id="bi4VQwjYzm3vIGU7svX8-149" value="+ x : Number" style="text;align=left;verticalAlign=top;spacingLeft=4;spacingRight=4;overflow=hidden;rotatable=0;points=[[0,0.5],[1,0.5]];portConstraint=eastwest;rounded=0;shadow=0;html=0;" vertex="1" parent="bi4VQwjYzm3vIGU7svX8-148">
          <mxGeometry y="26" width="480" height="26" as="geometry" />
        </mxCell>
        <mxCell id="bi4VQwjYzm3vIGU7svX8-150" value="+ y : Number" style="text;align=left;verticalAlign=top;spacingLeft=4;spacingRight=4;overflow=hidden;rotatable=0;points=[[0,0.5],[1,0.5]];portConstraint=eastwest;rounded=0;shadow=0;html=0;" vertex="1" parent="bi4VQwjYzm3vIGU7svX8-148">
          <mxGeometry y="52" width="480" height="26" as="geometry" />
        </mxCell>
        <mxCell id="bi4VQwjYzm3vIGU7svX8-160" value="+ speed : Number" style="text;align=left;verticalAlign=top;spacingLeft=4;spacingRight=4;overflow=hidden;rotatable=0;points=[[0,0.5],[1,0.5]];portConstraint=eastwest;rounded=0;shadow=0;html=0;" vertex="1" parent="bi4VQwjYzm3vIGU7svX8-148">
          <mxGeometry y="78" width="480" height="26" as="geometry" />
        </mxCell>
        <mxCell id="bi4VQwjYzm3vIGU7svX8-161" value="+ vida : Number" style="text;align=left;verticalAlign=top;spacingLeft=4;spacingRight=4;overflow=hidden;rotatable=0;points=[[0,0.5],[1,0.5]];portConstraint=eastwest;rounded=0;shadow=0;html=0;" vertex="1" parent="bi4VQwjYzm3vIGU7svX8-148">
          <mxGeometry y="104" width="480" height="26" as="geometry" />
        </mxCell>
        <mxCell id="bi4VQwjYzm3vIGU7svX8-162" value="+ sprite : Object" style="text;align=left;verticalAlign=top;spacingLeft=4;spacingRight=4;overflow=hidden;rotatable=0;points=[[0,0.5],[1,0.5]];portConstraint=eastwest;rounded=0;shadow=0;html=0;" vertex="1" parent="bi4VQwjYzm3vIGU7svX8-148">
          <mxGeometry y="130" width="480" height="26" as="geometry" />
        </mxCell>
+         <mxCell id="bi4VQwjYzm3vIGU7svX8-179" value="+ isDead : bool" style="text;align=left;verticalAlign=top;spacingLeft=4;spacingRight=4;overflow=hidden;rotatable=0;points=[[0,0.5],[1,0.5]];portConstraint=eastwest;rounded=0;shadow=0;html=0;" vertex="1" parent="bi4VQwjYzm3vIGU7svX8-148">
+           <mxGeometry y="156" width="480" height="26" as="geometry" />
+         </mxCell>
        <mxCell id="bi4VQwjYzm3vIGU7svX8-151" value="" style="line;html=1;strokeWidth=1;align=left;verticalAlign=middle;spacingTop=-1;spacingLeft=3;spacingRight=3;rotatable=0;labelPosition=right;points=[];portConstraint=eastwest;" vertex="1" parent="bi4VQwjYzm3vIGU7svX8-148">
-           <mxGeometry y="156" width="480" height="8" as="geometry" />
+           <mxGeometry y="182" width="480" height="8" as="geometry" />
        </mxCell>
        <mxCell id="bi4VQwjYzm3vIGU7svX8-166" style="edgeStyle=orthogonalEdgeStyle;rounded=0;orthogonalLoop=1;jettySize=auto;html=1;entryX=0;entryY=0.5;entryDx=0;entryDy=0;endArrow=diamondThin;endFill=1;endSize=19;" edge="1" parent="WIyWlLk6GJQsqaUBKTNV-1" source="bi4VQwjYzm3vIGU7svX8-131" target="bi4VQwjYzm3vIGU7svX8-24">
          <mxGeometry relative="1" as="geometry" />
        </mxCell>
        <mxCell id="bi4VQwjYzm3vIGU7svX8-177" style="edgeStyle=orthogonalEdgeStyle;rounded=0;orthogonalLoop=1;jettySize=auto;html=1;entryX=1;entryY=0.5;entryDx=0;entryDy=0;endArrow=blockThin;endFill=0;endSize=19;" edge="1" parent="WIyWlLk6GJQsqaUBKTNV-1" source="bi4VQwjYzm3vIGU7svX8-171" target="bi4VQwjYzm3vIGU7svX8-32">
          <mxGeometry relative="1" as="geometry">
            <Array as="points">
              <mxPoint x="2680" y="230" />
              <mxPoint x="2680" y="-331" />
            </Array>
          </mxGeometry>
        </mxCell>
        <mxCell id="bi4VQwjYzm3vIGU7svX8-171" value="Baku" style="swimlane;fontStyle=0;align=center;verticalAlign=top;childLayout=stackLayout;horizontal=1;startSize=26;horizontalStack=0;resizeParent=1;resizeLast=0;collapsible=1;marginBottom=0;rounded=0;shadow=0;strokeWidth=1;" vertex="1" parent="WIyWlLk6GJQsqaUBKTNV-1">
          <mxGeometry x="2790" y="160" width="220" height="90" as="geometry">
            <mxRectangle x="130" y="380" width="160" height="26" as="alternateBounds" />
          </mxGeometry>
        </mxCell>
        <mxCell id="bi4VQwjYzm3vIGU7svX8-173" value="" style="line;html=1;strokeWidth=1;align=left;verticalAlign=middle;spacingTop=-1;spacingLeft=3;spacingRight=3;rotatable=0;labelPosition=right;points=[];portConstraint=eastwest;" vertex="1" parent="bi4VQwjYzm3vIGU7svX8-171">
          <mxGeometry y="26" width="220" height="8" as="geometry" />
        </mxCell>
        <mxCell id="bi4VQwjYzm3vIGU7svX8-176" value="+ update(dt, player, engine): void" style="text;align=left;verticalAlign=top;spacingLeft=4;spacingRight=4;overflow=hidden;rotatable=0;points=[[0,0.5],[1,0.5]];portConstraint=eastwest;" vertex="1" parent="bi4VQwjYzm3vIGU7svX8-171">
          <mxGeometry y="34" width="220" height="26" as="geometry" />
        </mxCell>
      </root>
    </mxGraphModel>
  </diagram>
</mxfile>
